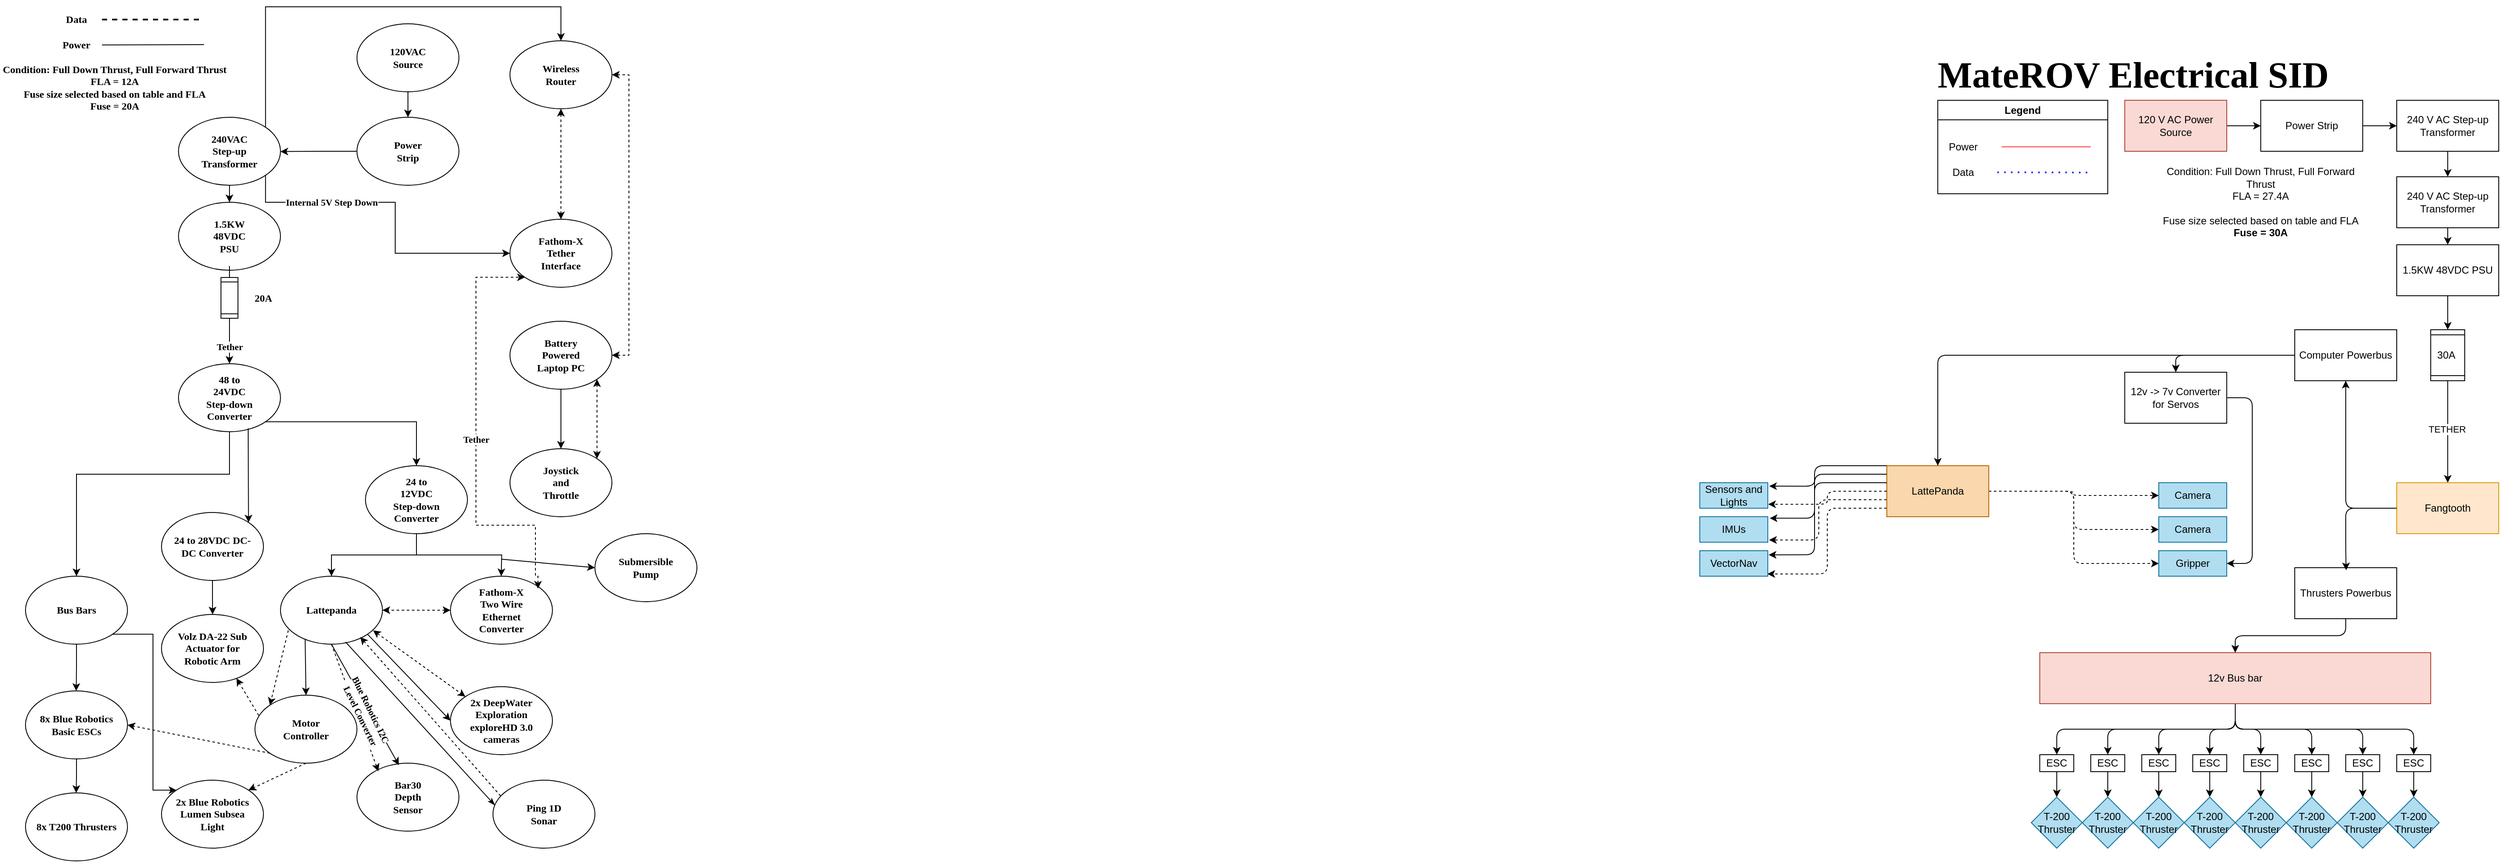
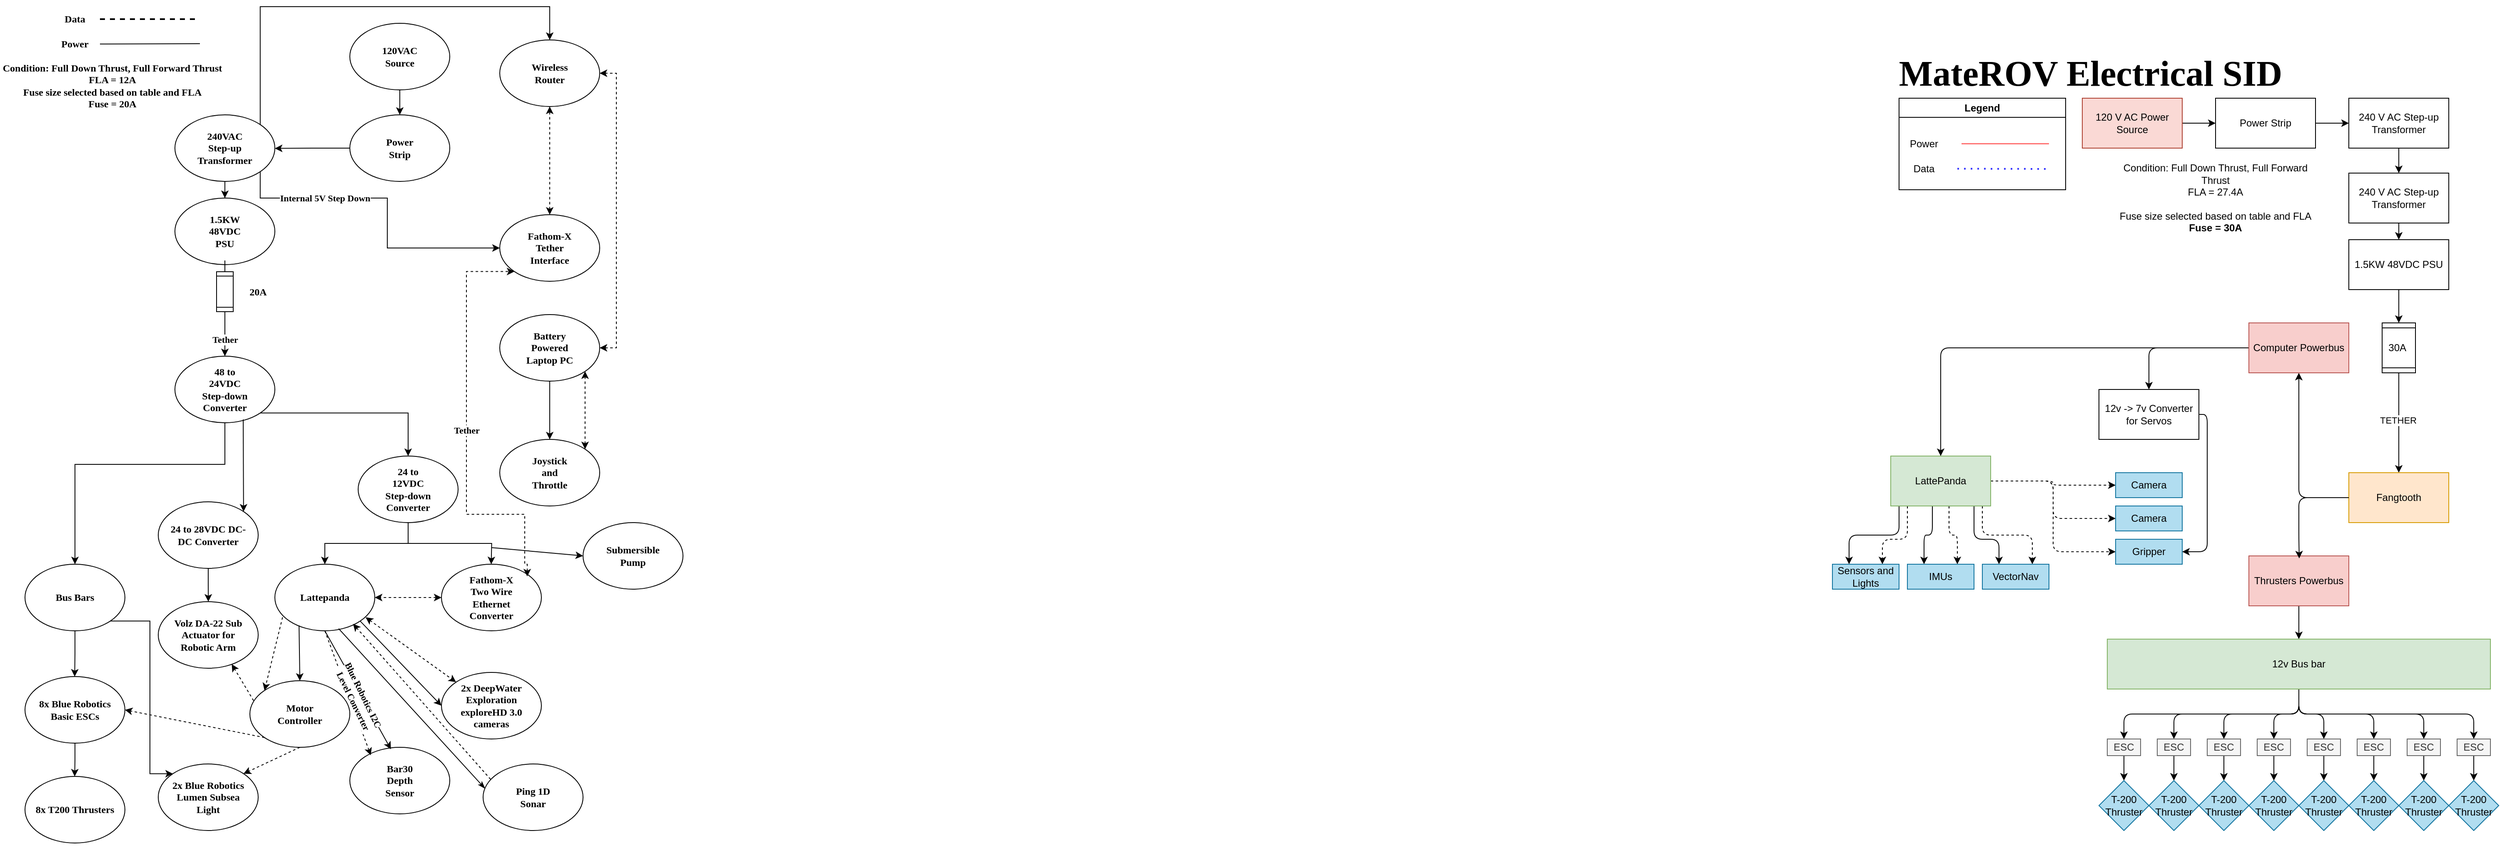
<mxfile host="app.diagrams.net" agent="Mozilla/5.0 (Windows NT 10.0; Win64; x64; rv:139.0) Gecko/20100101 Firefox/139.0">
  <diagram name="Page-1" id="doaNbLGYiiKzRFzNWdXi">
-     <mxGraphModel dx="3221" dy="883" grid="1" gridSize="10" guides="1" tooltips="1" connect="1" arrows="1" fold="1" page="1" pageScale="1" pageWidth="850" pageHeight="1100" math="0" shadow="0">
+     <mxGraphModel dx="3167" dy="851" grid="1" gridSize="10" guides="1" tooltips="1" connect="1" arrows="1" fold="1" page="1" pageScale="1" pageWidth="850" pageHeight="1100" math="0" shadow="0">
      <root>
        <mxCell id="0" />
        <mxCell id="1" parent="0" />
        <mxCell id="KtZ6byTwQnFwZSQ_47y7-5" edge="1" parent="1" source="KtZ6byTwQnFwZSQ_47y7-1" style="endArrow=classic;html=1;rounded=0;exitX=0.5;exitY=1;exitDx=0;exitDy=0;fontFamily=Times New Roman;fontStyle=1" target="KtZ6byTwQnFwZSQ_47y7-6" value="">
          <mxGeometry height="50" relative="1" width="50" as="geometry">
            <mxPoint x="-970" y="310" as="sourcePoint" />
            <mxPoint x="-1190" y="260" as="targetPoint" />
          </mxGeometry>
        </mxCell>
        <mxCell id="KtZ6byTwQnFwZSQ_47y7-8" connectable="0" parent="1" style="group;fontFamily=Times New Roman;fontStyle=1;rounded=0;" value="" vertex="1">
          <mxGeometry height="80" width="120" x="-920" y="60" as="geometry" />
        </mxCell>
        <mxCell id="KtZ6byTwQnFwZSQ_47y7-1" parent="KtZ6byTwQnFwZSQ_47y7-8" style="ellipse;whiteSpace=wrap;html=1;fontFamily=Times New Roman;fontStyle=1;rounded=0;" value="" vertex="1">
          <mxGeometry height="80" width="120" as="geometry" />
        </mxCell>
        <mxCell id="KtZ6byTwQnFwZSQ_47y7-2" parent="KtZ6byTwQnFwZSQ_47y7-8" style="text;html=1;align=center;verticalAlign=middle;whiteSpace=wrap;rounded=0;fontFamily=Times New Roman;fontStyle=1" value="120VAC Source" vertex="1">
          <mxGeometry height="30" width="60" x="30" y="25" as="geometry" />
        </mxCell>
        <mxCell id="KtZ6byTwQnFwZSQ_47y7-17" edge="1" parent="1" source="KtZ6byTwQnFwZSQ_47y7-18" style="endArrow=none;html=1;rounded=0;fontFamily=Times New Roman;fontStyle=1" value="">
          <mxGeometry height="50" relative="1" width="50" as="geometry">
            <mxPoint x="-1220" y="84.5" as="sourcePoint" />
            <mxPoint x="-1100" y="84.5" as="targetPoint" />
          </mxGeometry>
        </mxCell>
        <mxCell id="KtZ6byTwQnFwZSQ_47y7-21" collapsed="1" parent="1" style="text;html=1;align=center;verticalAlign=middle;whiteSpace=wrap;rounded=0;container=0;fontFamily=Times New Roman;fontStyle=1" value="&lt;div&gt;Data&lt;/div&gt;" vertex="1">
          <mxGeometry height="30" width="60" x="-1280" y="40" as="geometry">
            <mxRectangle height="30" width="60" x="320" y="275" as="alternateBounds" />
          </mxGeometry>
        </mxCell>
        <mxCell id="KtZ6byTwQnFwZSQ_47y7-22" edge="1" parent="1" style="endArrow=none;html=1;rounded=0;fontFamily=Times New Roman;fontStyle=1" target="KtZ6byTwQnFwZSQ_47y7-18" value="">
          <mxGeometry height="50" relative="1" width="50" as="geometry">
            <mxPoint x="-1220" y="84.5" as="sourcePoint" />
            <mxPoint x="-1100" y="84.5" as="targetPoint" />
          </mxGeometry>
        </mxCell>
        <mxCell id="KtZ6byTwQnFwZSQ_47y7-18" parent="1" style="text;html=1;align=center;verticalAlign=middle;whiteSpace=wrap;rounded=0;fontFamily=Times New Roman;fontStyle=1" value="&lt;div&gt;Power&lt;/div&gt;" vertex="1">
          <mxGeometry height="30" width="60" x="-1280" y="70" as="geometry" />
        </mxCell>
        <mxCell id="KtZ6byTwQnFwZSQ_47y7-24" connectable="0" parent="1" style="group;fontFamily=Times New Roman;fontStyle=1;rounded=0;" value="" vertex="1">
          <mxGeometry height="80" width="120" x="-740" y="290" as="geometry" />
        </mxCell>
        <mxCell id="KtZ6byTwQnFwZSQ_47y7-25" parent="KtZ6byTwQnFwZSQ_47y7-24" style="ellipse;whiteSpace=wrap;html=1;fontFamily=Times New Roman;fontStyle=1;rounded=0;" value="" vertex="1">
          <mxGeometry height="80" width="120" as="geometry" />
        </mxCell>
        <mxCell id="KtZ6byTwQnFwZSQ_47y7-26" collapsed="1" parent="KtZ6byTwQnFwZSQ_47y7-24" style="text;html=1;align=center;verticalAlign=middle;whiteSpace=wrap;rounded=0;container=0;fontFamily=Times New Roman;fontStyle=1" value="Fathom-X Tether Interface" vertex="1">
          <mxGeometry height="30" width="60" x="30" y="25" as="geometry">
            <mxRectangle height="30" width="60" x="320" y="275" as="alternateBounds" />
          </mxGeometry>
        </mxCell>
        <mxCell id="KtZ6byTwQnFwZSQ_47y7-29" connectable="0" parent="1" style="group;fontFamily=Times New Roman;fontStyle=1;rounded=0;" value="" vertex="1">
          <mxGeometry height="80" width="120" x="-740" y="410" as="geometry" />
        </mxCell>
        <mxCell id="KtZ6byTwQnFwZSQ_47y7-30" parent="KtZ6byTwQnFwZSQ_47y7-29" style="ellipse;whiteSpace=wrap;html=1;fontFamily=Times New Roman;fontStyle=1;rounded=0;" value="" vertex="1">
          <mxGeometry height="80" width="120" as="geometry" />
        </mxCell>
        <mxCell id="KtZ6byTwQnFwZSQ_47y7-31" collapsed="1" parent="KtZ6byTwQnFwZSQ_47y7-29" style="text;html=1;align=center;verticalAlign=middle;whiteSpace=wrap;rounded=0;container=0;fontFamily=Times New Roman;fontStyle=1" value="Battery Powered Laptop PC" vertex="1">
          <mxGeometry height="30" width="60" x="30" y="25" as="geometry">
            <mxRectangle height="30" width="60" x="320" y="275" as="alternateBounds" />
          </mxGeometry>
        </mxCell>
        <mxCell id="KtZ6byTwQnFwZSQ_47y7-32" connectable="0" parent="1" style="group;fontFamily=Times New Roman;fontStyle=1;rounded=0;" value="" vertex="1">
          <mxGeometry height="80" width="120" x="-920" y="170" as="geometry" />
        </mxCell>
        <mxCell id="KtZ6byTwQnFwZSQ_47y7-9" connectable="0" parent="KtZ6byTwQnFwZSQ_47y7-32" style="group;fontFamily=Times New Roman;fontStyle=1;rounded=0;" value="" vertex="1">
          <mxGeometry height="80" width="120" as="geometry" />
        </mxCell>
        <mxCell id="KtZ6byTwQnFwZSQ_47y7-44" edge="1" parent="KtZ6byTwQnFwZSQ_47y7-9" source="KtZ6byTwQnFwZSQ_47y7-6" style="edgeStyle=orthogonalEdgeStyle;rounded=0;orthogonalLoop=1;jettySize=auto;html=1;exitX=0;exitY=0.5;exitDx=0;exitDy=0;fontFamily=Times New Roman;fontStyle=1">
          <mxGeometry relative="1" as="geometry">
            <mxPoint x="-90.00000000000011" y="40.33333333333337" as="targetPoint" />
          </mxGeometry>
        </mxCell>
        <mxCell id="KtZ6byTwQnFwZSQ_47y7-6" parent="KtZ6byTwQnFwZSQ_47y7-9" style="ellipse;whiteSpace=wrap;html=1;fontFamily=Times New Roman;fontStyle=1;rounded=0;" value="" vertex="1">
          <mxGeometry height="80" width="120" as="geometry" />
        </mxCell>
        <mxCell id="KtZ6byTwQnFwZSQ_47y7-7" parent="KtZ6byTwQnFwZSQ_47y7-9" style="text;html=1;align=center;verticalAlign=middle;whiteSpace=wrap;rounded=0;fontFamily=Times New Roman;fontStyle=1" value="&lt;div&gt;Power Strip&lt;/div&gt;" vertex="1">
          <mxGeometry height="30" width="60" x="30" y="25" as="geometry" />
        </mxCell>
        <mxCell id="KtZ6byTwQnFwZSQ_47y7-33" connectable="0" parent="1" style="group;fontFamily=Times New Roman;fontStyle=1;rounded=0;" value="" vertex="1">
          <mxGeometry height="80" width="120" x="-740" y="80" as="geometry" />
        </mxCell>
        <mxCell id="KtZ6byTwQnFwZSQ_47y7-16" connectable="0" parent="KtZ6byTwQnFwZSQ_47y7-33" style="group;fontFamily=Times New Roman;fontStyle=1;rounded=0;" value="" vertex="1">
          <mxGeometry height="80" width="120" as="geometry" />
        </mxCell>
        <mxCell id="KtZ6byTwQnFwZSQ_47y7-13" parent="KtZ6byTwQnFwZSQ_47y7-16" style="ellipse;whiteSpace=wrap;html=1;fontFamily=Times New Roman;fontStyle=1;rounded=0;" value="" vertex="1">
          <mxGeometry height="80" width="120" as="geometry" />
        </mxCell>
        <mxCell id="KtZ6byTwQnFwZSQ_47y7-14" collapsed="1" parent="KtZ6byTwQnFwZSQ_47y7-16" style="text;html=1;align=center;verticalAlign=middle;whiteSpace=wrap;rounded=0;container=0;fontFamily=Times New Roman;fontStyle=1" value="&lt;div&gt;Wireless Router&lt;/div&gt;" vertex="1">
          <mxGeometry height="30" width="60" x="30" y="25" as="geometry">
            <mxRectangle height="30" width="60" x="320" y="275" as="alternateBounds" />
          </mxGeometry>
        </mxCell>
        <mxCell id="KtZ6byTwQnFwZSQ_47y7-28" edge="1" parent="KtZ6byTwQnFwZSQ_47y7-33" source="KtZ6byTwQnFwZSQ_47y7-25" style="endArrow=classic;html=1;rounded=0;dashed=1;exitX=0.5;exitY=0;exitDx=0;exitDy=0;entryX=0.5;entryY=1;entryDx=0;entryDy=0;startArrow=classic;startFill=1;fontFamily=Times New Roman;fontStyle=1" target="KtZ6byTwQnFwZSQ_47y7-13" value="">
          <mxGeometry height="50" relative="1" width="50" as="geometry">
            <mxPoint x="-30" y="210" as="sourcePoint" />
            <mxPoint x="20" y="160" as="targetPoint" />
          </mxGeometry>
        </mxCell>
        <mxCell id="KtZ6byTwQnFwZSQ_47y7-37" connectable="0" parent="1" style="group;fontFamily=Times New Roman;fontStyle=1;rounded=0;" value="" vertex="1">
          <mxGeometry height="80" width="120" x="-740" y="560" as="geometry" />
        </mxCell>
        <mxCell id="KtZ6byTwQnFwZSQ_47y7-38" parent="KtZ6byTwQnFwZSQ_47y7-37" style="ellipse;whiteSpace=wrap;html=1;fontFamily=Times New Roman;fontStyle=1;rounded=0;" value="" vertex="1">
          <mxGeometry height="80" width="120" as="geometry" />
        </mxCell>
        <mxCell id="KtZ6byTwQnFwZSQ_47y7-39" collapsed="1" parent="KtZ6byTwQnFwZSQ_47y7-37" style="text;html=1;align=center;verticalAlign=middle;whiteSpace=wrap;rounded=0;container=0;fontFamily=Times New Roman;fontStyle=1" value="Joystick and Throttle" vertex="1">
          <mxGeometry height="30" width="60" x="30" y="25" as="geometry">
            <mxRectangle height="30" width="60" x="320" y="275" as="alternateBounds" />
          </mxGeometry>
        </mxCell>
        <mxCell id="KtZ6byTwQnFwZSQ_47y7-40" edge="1" parent="1" source="KtZ6byTwQnFwZSQ_47y7-30" style="edgeStyle=orthogonalEdgeStyle;rounded=0;orthogonalLoop=1;jettySize=auto;html=1;exitX=0.5;exitY=1;exitDx=0;exitDy=0;fontFamily=Times New Roman;fontStyle=1" target="KtZ6byTwQnFwZSQ_47y7-38">
          <mxGeometry relative="1" as="geometry" />
        </mxCell>
        <mxCell id="KtZ6byTwQnFwZSQ_47y7-41" connectable="0" parent="1" style="group;fontFamily=Times New Roman;fontStyle=1;rounded=0;" value="" vertex="1">
          <mxGeometry height="80" width="120" x="-1130" y="170" as="geometry" />
        </mxCell>
        <mxCell id="KtZ6byTwQnFwZSQ_47y7-42" parent="KtZ6byTwQnFwZSQ_47y7-41" style="ellipse;whiteSpace=wrap;html=1;fontFamily=Times New Roman;fontStyle=1;rounded=0;" value="" vertex="1">
          <mxGeometry height="80" width="120" as="geometry" />
        </mxCell>
        <mxCell id="KtZ6byTwQnFwZSQ_47y7-43" collapsed="1" parent="KtZ6byTwQnFwZSQ_47y7-41" style="text;html=1;align=center;verticalAlign=middle;whiteSpace=wrap;rounded=0;container=0;fontFamily=Times New Roman;fontStyle=1" value="240VAC Step-up Transformer" vertex="1">
          <mxGeometry height="30" width="60" x="30" y="25" as="geometry">
            <mxRectangle height="30" width="60" x="320" y="275" as="alternateBounds" />
          </mxGeometry>
        </mxCell>
        <mxCell id="KtZ6byTwQnFwZSQ_47y7-45" connectable="0" parent="1" style="group;fontFamily=Times New Roman;fontStyle=1;rounded=0;" value="" vertex="1">
          <mxGeometry height="80" width="120" x="-1130" y="270" as="geometry" />
        </mxCell>
        <mxCell id="KtZ6byTwQnFwZSQ_47y7-46" parent="KtZ6byTwQnFwZSQ_47y7-45" style="ellipse;whiteSpace=wrap;html=1;fontFamily=Times New Roman;fontStyle=1;rounded=0;" value="" vertex="1">
          <mxGeometry height="80" width="120" as="geometry" />
        </mxCell>
        <mxCell id="KtZ6byTwQnFwZSQ_47y7-47" collapsed="1" parent="KtZ6byTwQnFwZSQ_47y7-45" style="text;html=1;align=center;verticalAlign=middle;whiteSpace=wrap;rounded=0;container=0;fontFamily=Times New Roman;fontStyle=1" value="1.5KW 48VDC PSU" vertex="1">
          <mxGeometry height="30" width="60" x="30" y="25" as="geometry">
            <mxRectangle height="30" width="60" x="320" y="275" as="alternateBounds" />
          </mxGeometry>
        </mxCell>
        <mxCell id="KtZ6byTwQnFwZSQ_47y7-48" edge="1" parent="1" source="KtZ6byTwQnFwZSQ_47y7-42" style="edgeStyle=orthogonalEdgeStyle;rounded=0;orthogonalLoop=1;jettySize=auto;html=1;exitX=0.5;exitY=1;exitDx=0;exitDy=0;fontFamily=Times New Roman;fontStyle=1" target="KtZ6byTwQnFwZSQ_47y7-46">
          <mxGeometry relative="1" as="geometry" />
        </mxCell>
        <mxCell id="KtZ6byTwQnFwZSQ_47y7-51" edge="1" parent="1" style="endArrow=classic;html=1;rounded=0;fontFamily=Times New Roman;fontStyle=1" value="">
          <mxGeometry relative="1" as="geometry">
            <mxPoint x="-1070" y="420" as="sourcePoint" />
            <mxPoint x="-1070" y="460" as="targetPoint" />
          </mxGeometry>
        </mxCell>
        <mxCell id="KtZ6byTwQnFwZSQ_47y7-52" connectable="0" parent="KtZ6byTwQnFwZSQ_47y7-51" style="edgeLabel;resizable=0;html=1;;align=center;verticalAlign=middle;fontFamily=Times New Roman;fontStyle=1;rounded=0;" value="&lt;div&gt;Tether&lt;/div&gt;" vertex="1">
          <mxGeometry relative="1" as="geometry" />
        </mxCell>
        <mxCell id="KtZ6byTwQnFwZSQ_47y7-57" edge="1" parent="1" source="KtZ6byTwQnFwZSQ_47y7-13" style="edgeStyle=orthogonalEdgeStyle;rounded=0;orthogonalLoop=1;jettySize=auto;html=1;exitX=1;exitY=0.5;exitDx=0;exitDy=0;entryX=1;entryY=0.5;entryDx=0;entryDy=0;dashed=1;startArrow=classic;startFill=1;fontFamily=Times New Roman;fontStyle=1" target="KtZ6byTwQnFwZSQ_47y7-30">
          <mxGeometry relative="1" as="geometry" />
        </mxCell>
        <mxCell id="KtZ6byTwQnFwZSQ_47y7-58" connectable="0" parent="1" style="group;fontFamily=Times New Roman;fontStyle=1;rounded=0;" value="" vertex="1">
          <mxGeometry height="590" width="460" x="-1130" y="460" as="geometry" />
        </mxCell>
        <mxCell id="KtZ6byTwQnFwZSQ_47y7-63" edge="1" parent="KtZ6byTwQnFwZSQ_47y7-58" source="KtZ6byTwQnFwZSQ_47y7-59" style="edgeStyle=orthogonalEdgeStyle;rounded=0;orthogonalLoop=1;jettySize=auto;html=1;exitX=1;exitY=1;exitDx=0;exitDy=0;entryX=0.5;entryY=0;entryDx=0;entryDy=0;fontFamily=Times New Roman;fontStyle=1" target="KtZ6byTwQnFwZSQ_47y7-65">
          <mxGeometry relative="1" as="geometry">
            <mxPoint x="220" y="130" as="targetPoint" />
          </mxGeometry>
        </mxCell>
        <mxCell id="KtZ6byTwQnFwZSQ_47y7-59" parent="KtZ6byTwQnFwZSQ_47y7-58" style="ellipse;whiteSpace=wrap;html=1;fontFamily=Times New Roman;fontStyle=1;rounded=0;" value="" vertex="1">
          <mxGeometry height="80" width="120" as="geometry" />
        </mxCell>
        <mxCell id="KtZ6byTwQnFwZSQ_47y7-60" collapsed="1" parent="KtZ6byTwQnFwZSQ_47y7-58" style="text;html=1;align=center;verticalAlign=middle;whiteSpace=wrap;rounded=0;container=0;fontFamily=Times New Roman;fontStyle=1" value="48 to 24VDC Step-down Converter" vertex="1">
          <mxGeometry height="30" width="60" x="30" y="25" as="geometry">
            <mxRectangle height="30" width="60" x="320" y="275" as="alternateBounds" />
          </mxGeometry>
        </mxCell>
        <mxCell id="KtZ6byTwQnFwZSQ_47y7-89" connectable="0" parent="KtZ6byTwQnFwZSQ_47y7-58" style="group;fontFamily=Times New Roman;fontStyle=1;rounded=0;" value="" vertex="1">
          <mxGeometry height="470" width="340" x="120" y="120" as="geometry" />
        </mxCell>
        <mxCell id="KtZ6byTwQnFwZSQ_47y7-64" connectable="0" parent="KtZ6byTwQnFwZSQ_47y7-89" style="group;fontFamily=Times New Roman;fontStyle=1;rounded=0;" value="" vertex="1">
          <mxGeometry height="80" width="120" x="100" as="geometry" />
        </mxCell>
        <mxCell id="KtZ6byTwQnFwZSQ_47y7-65" parent="KtZ6byTwQnFwZSQ_47y7-64" style="ellipse;whiteSpace=wrap;html=1;fontFamily=Times New Roman;fontStyle=1;rounded=0;" value="" vertex="1">
          <mxGeometry height="80" width="120" as="geometry" />
        </mxCell>
        <mxCell id="KtZ6byTwQnFwZSQ_47y7-66" collapsed="1" parent="KtZ6byTwQnFwZSQ_47y7-64" style="text;html=1;align=center;verticalAlign=middle;whiteSpace=wrap;rounded=0;container=0;fontFamily=Times New Roman;fontStyle=1" value="24 to 12VDC Step-down Converter" vertex="1">
          <mxGeometry height="30" width="60" x="30" y="25" as="geometry">
            <mxRectangle height="30" width="60" x="320" y="275" as="alternateBounds" />
          </mxGeometry>
        </mxCell>
        <mxCell id="KtZ6byTwQnFwZSQ_47y7-68" connectable="0" parent="KtZ6byTwQnFwZSQ_47y7-89" style="group;fontFamily=Times New Roman;fontStyle=1;rounded=0;" value="" vertex="1">
          <mxGeometry height="80" width="120" x="200" y="130" as="geometry" />
        </mxCell>
        <mxCell id="KtZ6byTwQnFwZSQ_47y7-69" parent="KtZ6byTwQnFwZSQ_47y7-68" style="ellipse;whiteSpace=wrap;html=1;fontFamily=Times New Roman;fontStyle=1;rounded=0;" value="" vertex="1">
          <mxGeometry height="80" width="120" as="geometry" />
        </mxCell>
        <mxCell id="KtZ6byTwQnFwZSQ_47y7-70" collapsed="1" parent="KtZ6byTwQnFwZSQ_47y7-68" style="text;html=1;align=center;verticalAlign=middle;whiteSpace=wrap;rounded=0;container=0;fontFamily=Times New Roman;fontStyle=1" value="Fathom-X Two Wire Ethernet Converter" vertex="1">
          <mxGeometry height="30" width="60" x="30" y="25" as="geometry">
            <mxRectangle height="30" width="60" x="320" y="275" as="alternateBounds" />
          </mxGeometry>
        </mxCell>
        <mxCell id="KtZ6byTwQnFwZSQ_47y7-76" connectable="0" parent="KtZ6byTwQnFwZSQ_47y7-89" style="group;fontFamily=Times New Roman;fontStyle=1;rounded=0;" value="" vertex="1">
          <mxGeometry height="80" width="120" y="130" as="geometry" />
        </mxCell>
        <mxCell id="KtZ6byTwQnFwZSQ_47y7-77" parent="KtZ6byTwQnFwZSQ_47y7-76" style="ellipse;whiteSpace=wrap;html=1;fontFamily=Times New Roman;fontStyle=1;rounded=0;" value="" vertex="1">
          <mxGeometry height="80" width="120" as="geometry" />
        </mxCell>
        <mxCell id="KtZ6byTwQnFwZSQ_47y7-78" collapsed="1" parent="KtZ6byTwQnFwZSQ_47y7-76" style="text;html=1;align=center;verticalAlign=middle;whiteSpace=wrap;rounded=0;container=0;fontFamily=Times New Roman;fontStyle=1" value="Lattepanda" vertex="1">
          <mxGeometry height="30" width="60" x="30" y="25" as="geometry">
            <mxRectangle height="30" width="60" x="320" y="275" as="alternateBounds" />
          </mxGeometry>
        </mxCell>
        <mxCell id="KtZ6byTwQnFwZSQ_47y7-67" edge="1" parent="KtZ6byTwQnFwZSQ_47y7-89" source="KtZ6byTwQnFwZSQ_47y7-65" style="edgeStyle=orthogonalEdgeStyle;rounded=0;orthogonalLoop=1;jettySize=auto;html=1;exitX=0.5;exitY=1;exitDx=0;exitDy=0;fontFamily=Times New Roman;fontStyle=1">
          <mxGeometry relative="1" as="geometry">
            <mxPoint x="190" y="90" as="sourcePoint" />
            <mxPoint x="259.75" y="130" as="targetPoint" />
          </mxGeometry>
        </mxCell>
        <mxCell id="KtZ6byTwQnFwZSQ_47y7-80" edge="1" parent="KtZ6byTwQnFwZSQ_47y7-89" source="KtZ6byTwQnFwZSQ_47y7-77" style="edgeStyle=orthogonalEdgeStyle;rounded=0;orthogonalLoop=1;jettySize=auto;html=1;exitX=0.5;exitY=0;exitDx=0;exitDy=0;entryX=0.5;entryY=1;entryDx=0;entryDy=0;startArrow=classic;startFill=1;endArrow=none;endFill=0;fontFamily=Times New Roman;fontStyle=1" target="KtZ6byTwQnFwZSQ_47y7-65">
          <mxGeometry relative="1" as="geometry" />
        </mxCell>
        <mxCell id="KtZ6byTwQnFwZSQ_47y7-81" connectable="0" parent="KtZ6byTwQnFwZSQ_47y7-89" style="group;fontFamily=Times New Roman;fontStyle=1;rounded=0;" value="" vertex="1">
          <mxGeometry height="80" width="120" x="-30" y="270" as="geometry" />
        </mxCell>
        <mxCell id="KtZ6byTwQnFwZSQ_47y7-82" parent="KtZ6byTwQnFwZSQ_47y7-81" style="ellipse;whiteSpace=wrap;html=1;fontFamily=Times New Roman;fontStyle=1;rounded=0;" value="" vertex="1">
          <mxGeometry height="80" width="120" as="geometry" />
        </mxCell>
        <mxCell id="KtZ6byTwQnFwZSQ_47y7-83" collapsed="1" parent="KtZ6byTwQnFwZSQ_47y7-81" style="text;html=1;align=center;verticalAlign=middle;whiteSpace=wrap;rounded=0;container=0;fontFamily=Times New Roman;fontStyle=1" value="&lt;div&gt;Motor Controller&lt;/div&gt;" vertex="1">
          <mxGeometry height="30" width="60" x="30" y="25" as="geometry">
            <mxRectangle height="30" width="60" x="320" y="275" as="alternateBounds" />
          </mxGeometry>
        </mxCell>
        <mxCell id="KtZ6byTwQnFwZSQ_47y7-84" edge="1" parent="KtZ6byTwQnFwZSQ_47y7-89" source="KtZ6byTwQnFwZSQ_47y7-77" style="rounded=0;orthogonalLoop=1;jettySize=auto;html=1;exitX=0.242;exitY=0.921;exitDx=0;exitDy=0;entryX=0.5;entryY=0;entryDx=0;entryDy=0;exitPerimeter=0;fontFamily=Times New Roman;fontStyle=1" target="KtZ6byTwQnFwZSQ_47y7-82">
          <mxGeometry relative="1" as="geometry" />
        </mxCell>
        <mxCell id="KtZ6byTwQnFwZSQ_47y7-85" edge="1" parent="KtZ6byTwQnFwZSQ_47y7-89" source="KtZ6byTwQnFwZSQ_47y7-77" style="rounded=0;orthogonalLoop=1;jettySize=auto;html=1;exitX=0.077;exitY=0.797;exitDx=0;exitDy=0;entryX=0;entryY=0;entryDx=0;entryDy=0;dashed=1;exitPerimeter=0;fontFamily=Times New Roman;fontStyle=1" target="KtZ6byTwQnFwZSQ_47y7-82">
          <mxGeometry relative="1" as="geometry" />
        </mxCell>
        <mxCell id="KtZ6byTwQnFwZSQ_47y7-113" edge="1" parent="KtZ6byTwQnFwZSQ_47y7-89" source="KtZ6byTwQnFwZSQ_47y7-69" style="edgeStyle=orthogonalEdgeStyle;rounded=0;orthogonalLoop=1;jettySize=auto;html=1;exitX=0;exitY=0.5;exitDx=0;exitDy=0;entryX=1;entryY=0.5;entryDx=0;entryDy=0;dashed=1;startArrow=classic;startFill=1;fontFamily=Times New Roman;fontStyle=1" target="KtZ6byTwQnFwZSQ_47y7-77">
          <mxGeometry relative="1" as="geometry" />
        </mxCell>
        <mxCell id="1TIhp53VE8E4QQOrCl6A-1" parent="KtZ6byTwQnFwZSQ_47y7-89" style="ellipse;whiteSpace=wrap;html=1;fontFamily=Times New Roman;fontStyle=1;rounded=0;" value="&lt;div&gt;2x DeepWater Exploration exploreHD 3.0 cameras&lt;/div&gt;" vertex="1">
          <mxGeometry height="80" width="120" x="200" y="260" as="geometry" />
        </mxCell>
        <mxCell id="btyZadERf1XyvgSfxNHE-8" edge="1" parent="KtZ6byTwQnFwZSQ_47y7-89" source="KtZ6byTwQnFwZSQ_47y7-77" style="rounded=0;orthogonalLoop=1;jettySize=auto;html=1;exitX=1;exitY=1;exitDx=0;exitDy=0;entryX=0;entryY=0.5;entryDx=0;entryDy=0;fontFamily=Times New Roman;fontStyle=1" target="1TIhp53VE8E4QQOrCl6A-1">
          <mxGeometry relative="1" as="geometry" />
        </mxCell>
        <mxCell id="btyZadERf1XyvgSfxNHE-9" edge="1" parent="KtZ6byTwQnFwZSQ_47y7-89" source="KtZ6byTwQnFwZSQ_47y7-77" style="rounded=0;orthogonalLoop=1;jettySize=auto;html=1;exitX=0.908;exitY=0.797;exitDx=0;exitDy=0;entryX=0;entryY=0;entryDx=0;entryDy=0;dashed=1;startArrow=classic;startFill=1;exitPerimeter=0;fontFamily=Times New Roman;fontStyle=1" target="1TIhp53VE8E4QQOrCl6A-1">
          <mxGeometry relative="1" as="geometry">
            <mxPoint x="210" y="270" as="targetPoint" />
          </mxGeometry>
        </mxCell>
        <mxCell id="etV4jzlPymx9ehgoYt_u-58" connectable="0" parent="KtZ6byTwQnFwZSQ_47y7-89" style="group;fontFamily=Times New Roman;fontStyle=1;rounded=0;" value="" vertex="1">
          <mxGeometry height="80" width="120" x="90" y="350" as="geometry" />
        </mxCell>
        <mxCell id="etV4jzlPymx9ehgoYt_u-59" parent="etV4jzlPymx9ehgoYt_u-58" style="ellipse;whiteSpace=wrap;html=1;fontFamily=Times New Roman;fontStyle=1;rounded=0;" value="" vertex="1">
          <mxGeometry height="80" width="120" as="geometry" />
        </mxCell>
        <mxCell id="etV4jzlPymx9ehgoYt_u-60" collapsed="1" parent="etV4jzlPymx9ehgoYt_u-58" style="text;html=1;align=center;verticalAlign=middle;whiteSpace=wrap;rounded=0;container=0;fontFamily=Times New Roman;fontStyle=1" value="Bar30 Depth Sensor" vertex="1">
          <mxGeometry height="30" width="60" x="30" y="25" as="geometry">
            <mxRectangle height="30" width="60" x="320" y="275" as="alternateBounds" />
          </mxGeometry>
        </mxCell>
        <mxCell id="etV4jzlPymx9ehgoYt_u-61" edge="1" parent="KtZ6byTwQnFwZSQ_47y7-89" source="KtZ6byTwQnFwZSQ_47y7-77" style="rounded=0;orthogonalLoop=1;jettySize=auto;html=1;exitX=0.5;exitY=1;exitDx=0;exitDy=0;entryX=0.21;entryY=0.12;entryDx=0;entryDy=0;entryPerimeter=0;dashed=1;fontFamily=Times New Roman;fontStyle=1" target="etV4jzlPymx9ehgoYt_u-59">
          <mxGeometry relative="1" as="geometry" />
        </mxCell>
        <mxCell id="etV4jzlPymx9ehgoYt_u-62" edge="1" parent="KtZ6byTwQnFwZSQ_47y7-89" source="KtZ6byTwQnFwZSQ_47y7-77" style="rounded=0;orthogonalLoop=1;jettySize=auto;html=1;exitX=0.5;exitY=1;exitDx=0;exitDy=0;entryX=0.411;entryY=0.029;entryDx=0;entryDy=0;entryPerimeter=0;fontFamily=Times New Roman;fontStyle=1" target="etV4jzlPymx9ehgoYt_u-59">
          <mxGeometry relative="1" as="geometry" />
        </mxCell>
        <mxCell id="_jh59VST7iY0-ydR_Vmc-1" connectable="0" parent="etV4jzlPymx9ehgoYt_u-62" style="edgeLabel;html=1;align=center;verticalAlign=middle;resizable=0;points=[];rotation=64;fontFamily=Times New Roman;fontStyle=1;rounded=0;" value="&lt;div&gt;Blue Robotics I2C&lt;/div&gt;&lt;div&gt;&amp;nbsp;Level Converter&lt;/div&gt;" vertex="1">
          <mxGeometry relative="1" x="0.567" as="geometry">
            <mxPoint x="-22" y="-32" as="offset" />
          </mxGeometry>
        </mxCell>
        <mxCell id="ipf7ujVZ-AzwesgqvqbX-4" edge="1" parent="KtZ6byTwQnFwZSQ_47y7-89" style="endArrow=classic;html=1;rounded=0;fontFamily=Times New Roman;fontStyle=1" value="">
          <mxGeometry height="50" relative="1" width="50" as="geometry">
            <mxPoint x="260" y="110" as="sourcePoint" />
            <mxPoint x="370" y="120" as="targetPoint" />
          </mxGeometry>
        </mxCell>
        <mxCell id="KtZ6byTwQnFwZSQ_47y7-115" connectable="0" parent="KtZ6byTwQnFwZSQ_47y7-58" style="group;fontFamily=Times New Roman;fontStyle=1;rounded=0;" value="" vertex="1">
          <mxGeometry height="80" width="120" x="-20" y="175" as="geometry" />
        </mxCell>
        <mxCell id="KtZ6byTwQnFwZSQ_47y7-124" edge="1" parent="KtZ6byTwQnFwZSQ_47y7-115" source="KtZ6byTwQnFwZSQ_47y7-116" style="edgeStyle=orthogonalEdgeStyle;rounded=0;orthogonalLoop=1;jettySize=auto;html=1;exitX=0.5;exitY=1;exitDx=0;exitDy=0;fontFamily=Times New Roman;fontStyle=1">
          <mxGeometry relative="1" as="geometry">
            <mxPoint x="60.11764705882365" y="120" as="targetPoint" />
          </mxGeometry>
        </mxCell>
        <mxCell id="KtZ6byTwQnFwZSQ_47y7-116" parent="KtZ6byTwQnFwZSQ_47y7-115" style="ellipse;whiteSpace=wrap;html=1;fontFamily=Times New Roman;fontStyle=1;rounded=0;" value="" vertex="1">
          <mxGeometry height="80" width="120" as="geometry" />
        </mxCell>
        <mxCell id="KtZ6byTwQnFwZSQ_47y7-117" collapsed="1" parent="KtZ6byTwQnFwZSQ_47y7-115" style="text;html=1;align=center;verticalAlign=middle;whiteSpace=wrap;rounded=0;container=0;fontFamily=Times New Roman;fontStyle=1" value="24 to 28VDC DC-DC Converter" vertex="1">
          <mxGeometry height="30" width="100" x="10" y="25" as="geometry">
            <mxRectangle height="30" width="60" x="320" y="275" as="alternateBounds" />
          </mxGeometry>
        </mxCell>
        <mxCell id="KtZ6byTwQnFwZSQ_47y7-121" connectable="0" parent="KtZ6byTwQnFwZSQ_47y7-58" style="group;fontFamily=Times New Roman;fontStyle=1;rounded=0;" value="" vertex="1">
          <mxGeometry height="80" width="120" x="-20" y="295" as="geometry" />
        </mxCell>
        <mxCell id="KtZ6byTwQnFwZSQ_47y7-122" parent="KtZ6byTwQnFwZSQ_47y7-121" style="ellipse;whiteSpace=wrap;html=1;fontFamily=Times New Roman;fontStyle=1;rounded=0;" value="" vertex="1">
          <mxGeometry height="80" width="120" as="geometry" />
        </mxCell>
        <mxCell id="KtZ6byTwQnFwZSQ_47y7-123" collapsed="1" parent="KtZ6byTwQnFwZSQ_47y7-121" style="text;html=1;align=center;verticalAlign=middle;whiteSpace=wrap;rounded=0;container=0;fontFamily=Times New Roman;fontStyle=1" value="Volz DA-22 Sub Actuator for Robotic Arm" vertex="1">
          <mxGeometry height="30" width="100" x="10" y="25" as="geometry">
            <mxRectangle height="30" width="60" x="320" y="275" as="alternateBounds" />
          </mxGeometry>
        </mxCell>
        <mxCell id="btyZadERf1XyvgSfxNHE-3" edge="1" parent="KtZ6byTwQnFwZSQ_47y7-58" style="endArrow=classic;html=1;rounded=0;entryX=1;entryY=0;entryDx=0;entryDy=0;fontFamily=Times New Roman;fontStyle=1" target="KtZ6byTwQnFwZSQ_47y7-116" value="">
          <mxGeometry height="50" relative="1" width="50" as="geometry">
            <mxPoint x="82" y="76" as="sourcePoint" />
            <mxPoint x="350" y="280" as="targetPoint" />
          </mxGeometry>
        </mxCell>
        <mxCell id="btyZadERf1XyvgSfxNHE-7" edge="1" parent="KtZ6byTwQnFwZSQ_47y7-58" source="KtZ6byTwQnFwZSQ_47y7-82" style="rounded=0;orthogonalLoop=1;jettySize=auto;html=1;exitX=0.037;exitY=0.299;exitDx=0;exitDy=0;entryX=0.735;entryY=0.939;entryDx=0;entryDy=0;dashed=1;exitPerimeter=0;entryPerimeter=0;fontFamily=Times New Roman;fontStyle=1" target="KtZ6byTwQnFwZSQ_47y7-122">
          <mxGeometry relative="1" as="geometry">
            <mxPoint x="63.6499999999992" y="441.9" as="sourcePoint" />
            <mxPoint x="56.34923699267929" y="375.0012072515923" as="targetPoint" />
          </mxGeometry>
        </mxCell>
        <mxCell id="etV4jzlPymx9ehgoYt_u-14" connectable="0" parent="KtZ6byTwQnFwZSQ_47y7-58" style="group;fontFamily=Times New Roman;fontStyle=1;rounded=0;" value="" vertex="1">
          <mxGeometry height="80" width="120" x="-20" y="490" as="geometry" />
        </mxCell>
        <mxCell id="etV4jzlPymx9ehgoYt_u-15" parent="etV4jzlPymx9ehgoYt_u-14" style="ellipse;whiteSpace=wrap;html=1;fontFamily=Times New Roman;fontStyle=1;rounded=0;" value="" vertex="1">
          <mxGeometry height="80" width="120" as="geometry" />
        </mxCell>
        <mxCell id="etV4jzlPymx9ehgoYt_u-16" collapsed="1" parent="etV4jzlPymx9ehgoYt_u-14" style="text;html=1;align=center;verticalAlign=middle;whiteSpace=wrap;rounded=0;container=0;fontFamily=Times New Roman;fontStyle=1" value="2x Blue Robotics Lumen Subsea Light" vertex="1">
          <mxGeometry height="30" width="100" x="10" y="25" as="geometry">
            <mxRectangle height="30" width="60" x="320" y="275" as="alternateBounds" />
          </mxGeometry>
        </mxCell>
        <mxCell id="etV4jzlPymx9ehgoYt_u-18" edge="1" parent="KtZ6byTwQnFwZSQ_47y7-58" source="KtZ6byTwQnFwZSQ_47y7-82" style="rounded=0;orthogonalLoop=1;jettySize=auto;html=1;exitX=0.5;exitY=1;exitDx=0;exitDy=0;entryX=1;entryY=0;entryDx=0;entryDy=0;dashed=1;fontFamily=Times New Roman;fontStyle=1" target="etV4jzlPymx9ehgoYt_u-15">
          <mxGeometry relative="1" as="geometry" />
        </mxCell>
        <mxCell id="KtZ6byTwQnFwZSQ_47y7-71" edge="1" parent="1" source="KtZ6byTwQnFwZSQ_47y7-69" style="endArrow=classic;html=1;rounded=0;edgeStyle=orthogonalEdgeStyle;dashed=1;entryX=0;entryY=1;entryDx=0;entryDy=0;exitX=0.858;exitY=0.183;exitDx=0;exitDy=0;startArrow=classic;startFill=1;exitPerimeter=0;fontFamily=Times New Roman;fontStyle=1" target="KtZ6byTwQnFwZSQ_47y7-25" value="">
          <mxGeometry relative="1" as="geometry">
            <Array as="points">
              <mxPoint x="-707" y="710" />
              <mxPoint x="-710" y="710" />
              <mxPoint x="-710" y="650" />
              <mxPoint x="-780" y="650" />
              <mxPoint x="-780" y="358" />
            </Array>
            <mxPoint x="-720" y="701" as="sourcePoint" />
            <mxPoint x="-792.426406871193" y="290.00427124746193" as="targetPoint" />
          </mxGeometry>
        </mxCell>
        <mxCell id="KtZ6byTwQnFwZSQ_47y7-72" connectable="0" parent="KtZ6byTwQnFwZSQ_47y7-71" style="edgeLabel;resizable=0;html=1;;align=center;verticalAlign=middle;fontFamily=Times New Roman;fontStyle=1;rounded=0;" value="Tether" vertex="1">
          <mxGeometry relative="1" as="geometry" />
        </mxCell>
        <mxCell id="KtZ6byTwQnFwZSQ_47y7-90" edge="1" parent="1" source="KtZ6byTwQnFwZSQ_47y7-59" style="edgeStyle=orthogonalEdgeStyle;rounded=0;orthogonalLoop=1;jettySize=auto;html=1;exitX=0.5;exitY=1;exitDx=0;exitDy=0;entryX=0.5;entryY=0;entryDx=0;entryDy=0;fontFamily=Times New Roman;fontStyle=1" target="KtZ6byTwQnFwZSQ_47y7-87">
          <mxGeometry relative="1" as="geometry">
            <Array as="points">
              <mxPoint x="-1070" y="590" />
              <mxPoint x="-1250" y="590" />
            </Array>
          </mxGeometry>
        </mxCell>
        <mxCell id="KtZ6byTwQnFwZSQ_47y7-112" edge="1" parent="1" source="KtZ6byTwQnFwZSQ_47y7-82" style="rounded=0;orthogonalLoop=1;jettySize=auto;html=1;exitX=0;exitY=1;exitDx=0;exitDy=0;entryX=1.1;entryY=0.5;entryDx=0;entryDy=0;entryPerimeter=0;dashed=1;fontFamily=Times New Roman;fontStyle=1" target="KtZ6byTwQnFwZSQ_47y7-105">
          <mxGeometry relative="1" as="geometry" />
        </mxCell>
        <mxCell id="KtZ6byTwQnFwZSQ_47y7-125" connectable="0" parent="1" style="group;fontFamily=Times New Roman;fontStyle=1;rounded=0;" value="" vertex="1">
          <mxGeometry height="335" width="120" x="-1310" y="710" as="geometry" />
        </mxCell>
        <mxCell id="KtZ6byTwQnFwZSQ_47y7-92" connectable="0" parent="KtZ6byTwQnFwZSQ_47y7-125" style="group;fontFamily=Times New Roman;fontStyle=1;rounded=0;" value="" vertex="1">
          <mxGeometry height="335" width="120" as="geometry" />
        </mxCell>
        <mxCell id="KtZ6byTwQnFwZSQ_47y7-87" parent="KtZ6byTwQnFwZSQ_47y7-92" style="ellipse;whiteSpace=wrap;html=1;fontFamily=Times New Roman;fontStyle=1;rounded=0;" value="" vertex="1">
          <mxGeometry height="80" width="120" as="geometry" />
        </mxCell>
        <mxCell id="KtZ6byTwQnFwZSQ_47y7-106" edge="1" parent="KtZ6byTwQnFwZSQ_47y7-92" source="KtZ6byTwQnFwZSQ_47y7-87" style="edgeStyle=orthogonalEdgeStyle;rounded=0;orthogonalLoop=1;jettySize=auto;html=1;exitX=0.5;exitY=1;exitDx=0;exitDy=0;fontFamily=Times New Roman;fontStyle=1">
          <mxGeometry relative="1" as="geometry">
            <mxPoint x="59.66666666666674" y="135" as="targetPoint" />
          </mxGeometry>
        </mxCell>
        <mxCell id="KtZ6byTwQnFwZSQ_47y7-91" collapsed="1" parent="KtZ6byTwQnFwZSQ_47y7-92" style="text;html=1;align=center;verticalAlign=middle;whiteSpace=wrap;rounded=0;container=0;fontFamily=Times New Roman;fontStyle=1" value="Bus Bars" vertex="1">
          <mxGeometry height="30" width="60" x="30" y="25" as="geometry">
            <mxRectangle height="30" width="60" x="320" y="275" as="alternateBounds" />
          </mxGeometry>
        </mxCell>
        <mxCell id="KtZ6byTwQnFwZSQ_47y7-103" connectable="0" parent="KtZ6byTwQnFwZSQ_47y7-92" style="group;fontFamily=Times New Roman;fontStyle=1;rounded=0;" value="" vertex="1">
          <mxGeometry height="80" width="120" y="135" as="geometry" />
        </mxCell>
        <mxCell id="KtZ6byTwQnFwZSQ_47y7-110" edge="1" parent="KtZ6byTwQnFwZSQ_47y7-103" source="KtZ6byTwQnFwZSQ_47y7-104" style="edgeStyle=orthogonalEdgeStyle;rounded=0;orthogonalLoop=1;jettySize=auto;html=1;exitX=0.5;exitY=1;exitDx=0;exitDy=0;fontFamily=Times New Roman;fontStyle=1">
          <mxGeometry relative="1" as="geometry">
            <mxPoint x="59.66666666666674" y="120" as="targetPoint" />
          </mxGeometry>
        </mxCell>
        <mxCell id="KtZ6byTwQnFwZSQ_47y7-104" parent="KtZ6byTwQnFwZSQ_47y7-103" style="ellipse;whiteSpace=wrap;html=1;fontFamily=Times New Roman;fontStyle=1;rounded=0;" value="" vertex="1">
          <mxGeometry height="80" width="120" as="geometry" />
        </mxCell>
        <mxCell id="KtZ6byTwQnFwZSQ_47y7-105" collapsed="1" parent="KtZ6byTwQnFwZSQ_47y7-103" style="text;html=1;align=center;verticalAlign=middle;whiteSpace=wrap;rounded=0;container=0;fontFamily=Times New Roman;fontStyle=1" value="8x Blue Robotics Basic ESCs" vertex="1">
          <mxGeometry height="30" width="100" x="10" y="25" as="geometry">
            <mxRectangle height="30" width="60" x="320" y="275" as="alternateBounds" />
          </mxGeometry>
        </mxCell>
        <mxCell id="KtZ6byTwQnFwZSQ_47y7-107" connectable="0" parent="KtZ6byTwQnFwZSQ_47y7-92" style="group;fontFamily=Times New Roman;fontStyle=1;rounded=0;" value="" vertex="1">
          <mxGeometry height="80" width="120" y="255" as="geometry" />
        </mxCell>
        <mxCell id="KtZ6byTwQnFwZSQ_47y7-108" parent="KtZ6byTwQnFwZSQ_47y7-107" style="ellipse;whiteSpace=wrap;html=1;fontFamily=Times New Roman;fontStyle=1;rounded=0;" value="" vertex="1">
          <mxGeometry height="80" width="120" as="geometry" />
        </mxCell>
        <mxCell id="KtZ6byTwQnFwZSQ_47y7-109" collapsed="1" parent="KtZ6byTwQnFwZSQ_47y7-107" style="text;html=1;align=center;verticalAlign=middle;whiteSpace=wrap;rounded=0;container=0;fontFamily=Times New Roman;fontStyle=1" value="8x T200 Thrusters" vertex="1">
          <mxGeometry height="30" width="100" x="10" y="25" as="geometry">
            <mxRectangle height="30" width="60" x="320" y="275" as="alternateBounds" />
          </mxGeometry>
        </mxCell>
        <mxCell id="KtZ6byTwQnFwZSQ_47y7-143" parent="1" style="pointerEvents=1;verticalLabelPosition=bottom;shadow=0;dashed=0;align=center;html=1;verticalAlign=top;shape=mxgraph.electrical.miscellaneous.fuse_1;rotation=-90;fontFamily=Times New Roman;fontStyle=1;rounded=0;" value="" vertex="1">
          <mxGeometry height="20" width="75" x="-1107.5" y="372.5" as="geometry" />
        </mxCell>
        <mxCell id="KtZ6byTwQnFwZSQ_47y7-144" collapsed="1" parent="1" style="text;html=1;align=center;verticalAlign=middle;whiteSpace=wrap;rounded=0;container=0;fontFamily=Times New Roman;fontStyle=1" value="20A" vertex="1">
          <mxGeometry height="30" width="60" x="-1060" y="367.5" as="geometry">
            <mxRectangle height="30" width="60" x="320" y="275" as="alternateBounds" />
          </mxGeometry>
        </mxCell>
        <mxCell id="KtZ6byTwQnFwZSQ_47y7-145" collapsed="1" parent="1" style="text;html=1;align=center;verticalAlign=middle;whiteSpace=wrap;rounded=0;container=0;fontFamily=Times New Roman;fontStyle=1" value="&lt;div&gt;Condition: Full Down Thrust, Full Forward Thrust&lt;/div&gt;&lt;div&gt;FLA = 12A&lt;/div&gt;&lt;div&gt;Fuse size selected based on table and FLA&lt;/div&gt;&lt;div&gt;&lt;span&gt;Fuse = 20A&lt;/span&gt;&lt;/div&gt;" vertex="1">
          <mxGeometry height="170" width="270" x="-1340" y="50" as="geometry">
            <mxRectangle height="30" width="60" x="320" y="275" as="alternateBounds" />
          </mxGeometry>
        </mxCell>
        <mxCell id="KtZ6byTwQnFwZSQ_47y7-147" edge="1" parent="1" source="KtZ6byTwQnFwZSQ_47y7-21" style="endArrow=none;dashed=1;html=1;strokeWidth=2;rounded=0;exitX=1;exitY=0.5;exitDx=0;exitDy=0;fontFamily=Times New Roman;fontStyle=1" value="">
          <mxGeometry height="50" relative="1" width="50" as="geometry">
            <mxPoint x="-1170" y="80" as="sourcePoint" />
            <mxPoint x="-1100" y="55" as="targetPoint" />
          </mxGeometry>
        </mxCell>
        <object label="Internal 5V Step Down" id="YFcSXKNce1uvGu7f9DYM-2">
          <mxCell edge="1" parent="1" source="KtZ6byTwQnFwZSQ_47y7-42" style="edgeStyle=orthogonalEdgeStyle;rounded=0;orthogonalLoop=1;jettySize=auto;html=1;exitX=1;exitY=1;exitDx=0;exitDy=0;entryX=0;entryY=0.5;entryDx=0;entryDy=0;metaEdit=1;fontFamily=Times New Roman;fontStyle=1" target="KtZ6byTwQnFwZSQ_47y7-25">
            <mxGeometry relative="1" x="-0.4236" as="geometry">
              <mxPoint as="offset" />
              <Array as="points">
                <mxPoint x="-1028" y="270" />
                <mxPoint x="-875" y="270" />
                <mxPoint x="-875" y="330" />
              </Array>
              <mxPoint x="-929.9999999999998" y="279.9999999999999" as="targetPoint" />
            </mxGeometry>
          </mxCell>
        </object>
        <mxCell id="YFcSXKNce1uvGu7f9DYM-5" edge="1" parent="1" source="KtZ6byTwQnFwZSQ_47y7-42" style="edgeStyle=orthogonalEdgeStyle;rounded=0;orthogonalLoop=1;jettySize=auto;html=1;exitX=1;exitY=0;exitDx=0;exitDy=0;entryX=0.5;entryY=0;entryDx=0;entryDy=0;fontFamily=Times New Roman;fontStyle=1" target="KtZ6byTwQnFwZSQ_47y7-13">
          <mxGeometry relative="1" as="geometry">
            <Array as="points">
              <mxPoint x="-1028" y="40" />
              <mxPoint x="-680" y="40" />
            </Array>
          </mxGeometry>
        </mxCell>
        <mxCell id="YFcSXKNce1uvGu7f9DYM-6" edge="1" parent="1" source="KtZ6byTwQnFwZSQ_47y7-38" style="edgeStyle=orthogonalEdgeStyle;rounded=0;orthogonalLoop=1;jettySize=auto;html=1;exitX=1;exitY=0;exitDx=0;exitDy=0;entryX=1;entryY=1;entryDx=0;entryDy=0;dashed=1;startArrow=classic;startFill=1;fontFamily=Times New Roman;fontStyle=1" target="KtZ6byTwQnFwZSQ_47y7-30">
          <mxGeometry relative="1" as="geometry" />
        </mxCell>
        <mxCell id="etV4jzlPymx9ehgoYt_u-17" edge="1" parent="1" source="KtZ6byTwQnFwZSQ_47y7-87" style="edgeStyle=orthogonalEdgeStyle;rounded=0;orthogonalLoop=1;jettySize=auto;html=1;exitX=1;exitY=1;exitDx=0;exitDy=0;entryX=0;entryY=0;entryDx=0;entryDy=0;fontFamily=Times New Roman;fontStyle=1" target="etV4jzlPymx9ehgoYt_u-15">
          <mxGeometry relative="1" as="geometry">
            <Array as="points">
              <mxPoint x="-1160" y="778" />
              <mxPoint x="-1160" y="962" />
            </Array>
          </mxGeometry>
        </mxCell>
        <mxCell id="etV4jzlPymx9ehgoYt_u-64" connectable="0" parent="1" style="group;fontFamily=Times New Roman;fontStyle=1;rounded=0;" value="" vertex="1">
          <mxGeometry height="80" width="120" x="-760" y="950" as="geometry" />
        </mxCell>
        <mxCell id="etV4jzlPymx9ehgoYt_u-65" parent="etV4jzlPymx9ehgoYt_u-64" style="ellipse;whiteSpace=wrap;html=1;fontFamily=Times New Roman;fontStyle=1;rounded=0;" value="" vertex="1">
          <mxGeometry height="80" width="120" as="geometry" />
        </mxCell>
        <mxCell id="etV4jzlPymx9ehgoYt_u-66" collapsed="1" parent="etV4jzlPymx9ehgoYt_u-64" style="text;html=1;align=center;verticalAlign=middle;whiteSpace=wrap;rounded=0;container=0;fontFamily=Times New Roman;fontStyle=1" value="Ping 1D Sonar" vertex="1">
          <mxGeometry height="30" width="60" x="30" y="25" as="geometry">
            <mxRectangle height="30" width="60" x="320" y="275" as="alternateBounds" />
          </mxGeometry>
        </mxCell>
        <mxCell id="etV4jzlPymx9ehgoYt_u-67" edge="1" parent="1" source="etV4jzlPymx9ehgoYt_u-65" style="rounded=0;orthogonalLoop=1;jettySize=auto;html=1;exitX=0.02;exitY=0.37;exitDx=0;exitDy=0;entryX=0.638;entryY=0.967;entryDx=0;entryDy=0;entryPerimeter=0;exitPerimeter=0;startArrow=classicThin;startFill=1;endArrow=none;fontFamily=Times New Roman;fontStyle=1" target="KtZ6byTwQnFwZSQ_47y7-77">
          <mxGeometry relative="1" as="geometry">
            <mxPoint x="-920" y="800" as="targetPoint" />
          </mxGeometry>
        </mxCell>
        <mxCell id="etV4jzlPymx9ehgoYt_u-68" edge="1" parent="1" source="etV4jzlPymx9ehgoYt_u-65" style="rounded=0;orthogonalLoop=1;jettySize=auto;html=1;exitX=0.075;exitY=0.231;exitDx=0;exitDy=0;entryX=0.782;entryY=0.895;entryDx=0;entryDy=0;entryPerimeter=0;dashed=1;exitPerimeter=0;fontFamily=Times New Roman;fontStyle=1" target="KtZ6byTwQnFwZSQ_47y7-77">
          <mxGeometry relative="1" as="geometry" />
        </mxCell>
        <mxCell id="ipf7ujVZ-AzwesgqvqbX-1" connectable="0" parent="1" style="group;fontFamily=Times New Roman;fontStyle=1;rounded=0;" value="" vertex="1">
          <mxGeometry height="80" width="120" x="-640" y="660" as="geometry" />
        </mxCell>
        <mxCell id="ipf7ujVZ-AzwesgqvqbX-2" parent="ipf7ujVZ-AzwesgqvqbX-1" style="ellipse;whiteSpace=wrap;html=1;fontFamily=Times New Roman;fontStyle=1;rounded=0;" value="" vertex="1">
          <mxGeometry height="80" width="120" as="geometry" />
        </mxCell>
        <mxCell id="ipf7ujVZ-AzwesgqvqbX-3" collapsed="1" parent="ipf7ujVZ-AzwesgqvqbX-1" style="text;html=1;align=center;verticalAlign=middle;whiteSpace=wrap;rounded=0;container=0;fontFamily=Times New Roman;fontStyle=1" value="Submersible Pump" vertex="1">
          <mxGeometry height="30" width="60" x="30" y="25" as="geometry">
            <mxRectangle height="30" width="60" x="320" y="275" as="alternateBounds" />
          </mxGeometry>
        </mxCell>
        <mxCell id="59XTsty1G1Yx93DkZX_j-1" parent="1" style="text;html=1;whiteSpace=wrap;strokeColor=none;fillColor=none;align=center;verticalAlign=middle;rounded=0;fontFamily=Times New Roman;fontStyle=1" value="&lt;font style=&quot;font-size: 43px;&quot;&gt;&lt;span&gt;MateROV Electrical SID&lt;/span&gt;&lt;/font&gt;" vertex="1">
          <mxGeometry height="40" width="540" x="900" y="100" as="geometry" />
        </mxCell>
        <mxCell id="59XTsty1G1Yx93DkZX_j-24" edge="1" parent="1" style="edgeStyle=orthogonalEdgeStyle;rounded=0;orthogonalLoop=1;jettySize=auto;html=1;exitX=0.5;exitY=1;exitDx=0;exitDy=0;">
          <mxGeometry relative="1" as="geometry">
-             <mxPoint x="1330" y="880" as="sourcePoint" />
-             <mxPoint x="1330" y="880" as="targetPoint" />
+             <mxPoint x="1460" y="880" as="sourcePoint" />
+             <mxPoint x="1460" y="880" as="targetPoint" />
          </mxGeometry>
        </mxCell>
        <mxCell id="59XTsty1G1Yx93DkZX_j-45" parent="1" style="swimlane;whiteSpace=wrap;html=1;" value="Legend" vertex="1">
          <mxGeometry height="110" width="200" x="940" y="150" as="geometry" />
        </mxCell>
        <mxCell id="59XTsty1G1Yx93DkZX_j-46" parent="59XTsty1G1Yx93DkZX_j-45" style="text;html=1;whiteSpace=wrap;strokeColor=none;fillColor=none;align=center;verticalAlign=middle;rounded=0;" value="Power" vertex="1">
          <mxGeometry height="30" width="60" y="40" as="geometry" />
        </mxCell>
        <mxCell id="59XTsty1G1Yx93DkZX_j-47" parent="59XTsty1G1Yx93DkZX_j-45" style="text;html=1;whiteSpace=wrap;strokeColor=none;fillColor=none;align=center;verticalAlign=middle;rounded=0;" value="Data" vertex="1">
          <mxGeometry height="30" width="60" y="70" as="geometry" />
        </mxCell>
        <mxCell id="59XTsty1G1Yx93DkZX_j-53" edge="1" parent="59XTsty1G1Yx93DkZX_j-45" style="endArrow=none;dashed=1;html=1;dashPattern=1 3;strokeWidth=2;strokeColor=#3333FF;" value="">
          <mxGeometry height="50" relative="1" width="50" as="geometry">
            <mxPoint x="70" y="84.72" as="sourcePoint" />
            <mxPoint x="180" y="85" as="targetPoint" />
          </mxGeometry>
        </mxCell>
        <mxCell id="59XTsty1G1Yx93DkZX_j-54" edge="1" parent="59XTsty1G1Yx93DkZX_j-45" style="endArrow=none;html=1;strokeColor=#FF3333;" value="">
          <mxGeometry height="50" relative="1" width="50" as="geometry">
            <mxPoint x="75" y="54.72" as="sourcePoint" />
            <mxPoint x="180" y="54.72" as="targetPoint" />
          </mxGeometry>
        </mxCell>
        <mxCell id="59XTsty1G1Yx93DkZX_j-60" edge="1" parent="1" source="59XTsty1G1Yx93DkZX_j-57" style="edgeStyle=orthogonalEdgeStyle;orthogonalLoop=1;jettySize=auto;html=1;entryX=0;entryY=0.5;entryDx=0;entryDy=0;" target="59XTsty1G1Yx93DkZX_j-59">
          <mxGeometry relative="1" as="geometry" />
        </mxCell>
        <mxCell id="59XTsty1G1Yx93DkZX_j-57" parent="1" style="rounded=0;whiteSpace=wrap;html=1;fillColor=#fad9d5;strokeColor=#ae4132;" value="120 V AC Power Source" vertex="1">
          <mxGeometry height="60" width="120" x="1160" y="150" as="geometry" />
        </mxCell>
        <mxCell id="59XTsty1G1Yx93DkZX_j-62" edge="1" parent="1" source="59XTsty1G1Yx93DkZX_j-59" style="edgeStyle=orthogonalEdgeStyle;orthogonalLoop=1;jettySize=auto;html=1;" target="59XTsty1G1Yx93DkZX_j-61" value="">
          <mxGeometry relative="1" as="geometry" />
        </mxCell>
        <mxCell id="59XTsty1G1Yx93DkZX_j-59" parent="1" style="rounded=0;whiteSpace=wrap;html=1;" value="Power Strip" vertex="1">
          <mxGeometry height="60" width="120" x="1320" y="150" as="geometry" />
        </mxCell>
        <mxCell id="59XTsty1G1Yx93DkZX_j-65" edge="1" parent="1" source="59XTsty1G1Yx93DkZX_j-61" style="edgeStyle=orthogonalEdgeStyle;orthogonalLoop=1;jettySize=auto;html=1;" target="59XTsty1G1Yx93DkZX_j-64" value="">
          <mxGeometry relative="1" as="geometry" />
        </mxCell>
        <mxCell id="59XTsty1G1Yx93DkZX_j-61" parent="1" style="rounded=0;whiteSpace=wrap;html=1;" value="240 V AC Step-up&lt;br&gt;Transformer" vertex="1">
          <mxGeometry height="60" width="120" x="1480" y="150" as="geometry" />
        </mxCell>
        <mxCell id="59XTsty1G1Yx93DkZX_j-67" edge="1" parent="1" source="59XTsty1G1Yx93DkZX_j-64" style="edgeStyle=orthogonalEdgeStyle;orthogonalLoop=1;jettySize=auto;html=1;" target="59XTsty1G1Yx93DkZX_j-66" value="">
          <mxGeometry relative="1" as="geometry" />
        </mxCell>
        <mxCell id="59XTsty1G1Yx93DkZX_j-64" parent="1" style="rounded=0;whiteSpace=wrap;html=1;" value="240 V AC Step-up&lt;br&gt;Transformer" vertex="1">
          <mxGeometry height="60" width="120" x="1480" y="240" as="geometry" />
        </mxCell>
        <mxCell id="59XTsty1G1Yx93DkZX_j-71" edge="1" parent="1" source="59XTsty1G1Yx93DkZX_j-66" style="edgeStyle=orthogonalEdgeStyle;orthogonalLoop=1;jettySize=auto;html=1;" target="59XTsty1G1Yx93DkZX_j-70" value="">
          <mxGeometry relative="1" as="geometry" />
        </mxCell>
        <mxCell id="59XTsty1G1Yx93DkZX_j-66" parent="1" style="rounded=0;whiteSpace=wrap;html=1;" value="1.5KW 48VDC PSU" vertex="1">
          <mxGeometry height="60" width="120" x="1480" y="320" as="geometry" />
        </mxCell>
        <mxCell id="59XTsty1G1Yx93DkZX_j-81" edge="1" parent="1" source="59XTsty1G1Yx93DkZX_j-70" style="edgeStyle=orthogonalEdgeStyle;orthogonalLoop=1;jettySize=auto;html=1;entryX=0.5;entryY=0;entryDx=0;entryDy=0;" target="59XTsty1G1Yx93DkZX_j-101" value="">
          <mxGeometry relative="1" as="geometry">
            <mxPoint x="1540" y="560" as="targetPoint" />
          </mxGeometry>
        </mxCell>
        <mxCell id="59XTsty1G1Yx93DkZX_j-99" connectable="0" parent="59XTsty1G1Yx93DkZX_j-81" style="edgeLabel;html=1;align=center;verticalAlign=middle;resizable=0;points=[];" value="TETHER" vertex="1">
          <mxGeometry relative="1" x="-0.062" y="-1" as="geometry">
            <mxPoint as="offset" />
          </mxGeometry>
        </mxCell>
        <mxCell id="59XTsty1G1Yx93DkZX_j-70" parent="1" style="shape=process;whiteSpace=wrap;html=1;backgroundOutline=1;rounded=0;direction=south;" value="&lt;div&gt;30A&amp;nbsp;&lt;/div&gt;" vertex="1">
          <mxGeometry height="60" width="40" x="1520" y="420" as="geometry" />
        </mxCell>
        <mxCell id="59XTsty1G1Yx93DkZX_j-83" parent="1" style="text;html=1;whiteSpace=wrap;strokeColor=none;fillColor=none;align=center;verticalAlign=middle;rounded=0;" value="&lt;div&gt;Condition: Full Down Thrust, Full Forward Thrust&lt;/div&gt;&lt;div&gt;FLA = 27.4A&lt;/div&gt;&lt;div&gt;&lt;br&gt;&lt;/div&gt;&lt;div&gt;Fuse size selected based on table and FLA&lt;/div&gt;&lt;div&gt;&lt;b&gt;Fuse = 30A&lt;/b&gt;&lt;/div&gt;" vertex="1">
          <mxGeometry height="80" width="260" x="1190" y="230" as="geometry" />
        </mxCell>
        <mxCell id="59XTsty1G1Yx93DkZX_j-181" edge="1" parent="1" source="59XTsty1G1Yx93DkZX_j-101" style="edgeStyle=orthogonalEdgeStyle;orthogonalLoop=1;jettySize=auto;html=1;entryX=0.5;entryY=1;entryDx=0;entryDy=0;" target="59XTsty1G1Yx93DkZX_j-180">
          <mxGeometry relative="1" as="geometry">
            <Array as="points">
              <mxPoint x="1420" y="630" />
            </Array>
          </mxGeometry>
        </mxCell>
        <mxCell id="59XTsty1G1Yx93DkZX_j-101" parent="1" style="rounded=0;whiteSpace=wrap;html=1;fillColor=#ffe6cc;strokeColor=#d79b00;" value="Fangtooth" vertex="1">
          <mxGeometry height="60" width="120" x="1480" y="600" as="geometry" />
        </mxCell>
        <mxCell id="59XTsty1G1Yx93DkZX_j-113" edge="1" parent="1" source="59XTsty1G1Yx93DkZX_j-102" style="edgeStyle=orthogonalEdgeStyle;orthogonalLoop=1;jettySize=auto;html=1;entryX=0.5;entryY=0;entryDx=0;entryDy=0;" target="59XTsty1G1Yx93DkZX_j-108">
          <mxGeometry relative="1" as="geometry" />
        </mxCell>
-         <mxCell id="59XTsty1G1Yx93DkZX_j-102" parent="1" style="rounded=0;whiteSpace=wrap;html=1;" value="Thrusters Powerbus" vertex="1">
+         <mxCell id="59XTsty1G1Yx93DkZX_j-102" parent="1" style="rounded=0;whiteSpace=wrap;html=1;fillColor=#f8cecc;strokeColor=#b85450;" value="Thrusters Powerbus" vertex="1">
          <mxGeometry height="60" width="120" x="1360" y="700" as="geometry" />
        </mxCell>
        <mxCell id="59XTsty1G1Yx93DkZX_j-135" edge="1" parent="1" source="59XTsty1G1Yx93DkZX_j-108" style="edgeStyle=orthogonalEdgeStyle;orthogonalLoop=1;jettySize=auto;html=1;entryX=0.5;entryY=0;entryDx=0;entryDy=0;" target="59XTsty1G1Yx93DkZX_j-116">
          <mxGeometry relative="1" as="geometry" />
        </mxCell>
        <mxCell id="59XTsty1G1Yx93DkZX_j-137" edge="1" parent="1" source="59XTsty1G1Yx93DkZX_j-108" style="edgeStyle=orthogonalEdgeStyle;orthogonalLoop=1;jettySize=auto;html=1;entryX=0.5;entryY=0;entryDx=0;entryDy=0;" target="59XTsty1G1Yx93DkZX_j-120">
          <mxGeometry relative="1" as="geometry" />
        </mxCell>
        <mxCell id="59XTsty1G1Yx93DkZX_j-138" edge="1" parent="1" source="59XTsty1G1Yx93DkZX_j-108" style="edgeStyle=orthogonalEdgeStyle;orthogonalLoop=1;jettySize=auto;html=1;entryX=0.5;entryY=0;entryDx=0;entryDy=0;" target="59XTsty1G1Yx93DkZX_j-117">
          <mxGeometry relative="1" as="geometry" />
        </mxCell>
        <mxCell id="59XTsty1G1Yx93DkZX_j-139" edge="1" parent="1" source="59XTsty1G1Yx93DkZX_j-108" style="edgeStyle=orthogonalEdgeStyle;orthogonalLoop=1;jettySize=auto;html=1;entryX=0.5;entryY=0;entryDx=0;entryDy=0;" target="59XTsty1G1Yx93DkZX_j-118">
          <mxGeometry relative="1" as="geometry" />
        </mxCell>
        <mxCell id="59XTsty1G1Yx93DkZX_j-140" edge="1" parent="1" source="59XTsty1G1Yx93DkZX_j-108" style="edgeStyle=orthogonalEdgeStyle;orthogonalLoop=1;jettySize=auto;html=1;entryX=0.5;entryY=0;entryDx=0;entryDy=0;" target="59XTsty1G1Yx93DkZX_j-121">
          <mxGeometry relative="1" as="geometry" />
        </mxCell>
        <mxCell id="59XTsty1G1Yx93DkZX_j-141" edge="1" parent="1" source="59XTsty1G1Yx93DkZX_j-108" style="edgeStyle=orthogonalEdgeStyle;orthogonalLoop=1;jettySize=auto;html=1;entryX=0.5;entryY=0;entryDx=0;entryDy=0;" target="59XTsty1G1Yx93DkZX_j-122">
          <mxGeometry relative="1" as="geometry" />
        </mxCell>
        <mxCell id="59XTsty1G1Yx93DkZX_j-142" edge="1" parent="1" source="59XTsty1G1Yx93DkZX_j-108" style="edgeStyle=orthogonalEdgeStyle;orthogonalLoop=1;jettySize=auto;html=1;entryX=0.5;entryY=0;entryDx=0;entryDy=0;" target="59XTsty1G1Yx93DkZX_j-123">
          <mxGeometry relative="1" as="geometry" />
        </mxCell>
        <mxCell id="59XTsty1G1Yx93DkZX_j-143" edge="1" parent="1" source="59XTsty1G1Yx93DkZX_j-108" style="edgeStyle=orthogonalEdgeStyle;orthogonalLoop=1;jettySize=auto;html=1;" target="59XTsty1G1Yx93DkZX_j-124">
          <mxGeometry relative="1" as="geometry" />
        </mxCell>
-         <mxCell id="59XTsty1G1Yx93DkZX_j-108" parent="1" style="rounded=0;whiteSpace=wrap;html=1;fillColor=#fad9d5;strokeColor=#ae4132;" value="12v Bus bar" vertex="1">
-           <mxGeometry height="60" width="460" x="1060" y="800" as="geometry" />
+         <mxCell id="59XTsty1G1Yx93DkZX_j-108" parent="1" style="rounded=0;whiteSpace=wrap;html=1;fillColor=#d5e8d4;strokeColor=#82b366;" value="12v Bus bar" vertex="1">
+           <mxGeometry height="60" width="460" x="1190" y="800" as="geometry" />
        </mxCell>
        <mxCell id="59XTsty1G1Yx93DkZX_j-158" edge="1" parent="1" source="59XTsty1G1Yx93DkZX_j-111" style="edgeStyle=orthogonalEdgeStyle;orthogonalLoop=1;jettySize=auto;html=1;entryX=0;entryY=0.5;entryDx=0;entryDy=0;dashed=1;" target="59XTsty1G1Yx93DkZX_j-154">
          <mxGeometry relative="1" as="geometry" />
        </mxCell>
        <mxCell id="59XTsty1G1Yx93DkZX_j-159" edge="1" parent="1" source="59XTsty1G1Yx93DkZX_j-111" style="edgeStyle=orthogonalEdgeStyle;orthogonalLoop=1;jettySize=auto;html=1;entryX=0;entryY=0.5;entryDx=0;entryDy=0;dashed=1;" target="59XTsty1G1Yx93DkZX_j-153">
          <mxGeometry relative="1" as="geometry" />
        </mxCell>
        <mxCell id="59XTsty1G1Yx93DkZX_j-160" edge="1" parent="1" source="59XTsty1G1Yx93DkZX_j-111" style="edgeStyle=orthogonalEdgeStyle;orthogonalLoop=1;jettySize=auto;html=1;entryX=0;entryY=0.5;entryDx=0;entryDy=0;dashed=1;" target="59XTsty1G1Yx93DkZX_j-155">
          <mxGeometry relative="1" as="geometry" />
        </mxCell>
-         <mxCell id="59XTsty1G1Yx93DkZX_j-187" edge="1" parent="1" source="59XTsty1G1Yx93DkZX_j-111" style="edgeStyle=orthogonalEdgeStyle;orthogonalLoop=1;jettySize=auto;html=1;entryX=1.019;entryY=0.912;entryDx=0;entryDy=0;dashed=1;entryPerimeter=0;" target="59XTsty1G1Yx93DkZX_j-163">
-           <mxGeometry relative="1" as="geometry">
-             <Array as="points">
-               <mxPoint x="800" y="620" />
-               <mxPoint x="800" y="667" />
-             </Array>
-           </mxGeometry>
-         </mxCell>
-         <mxCell id="59XTsty1G1Yx93DkZX_j-188" edge="1" parent="1" source="59XTsty1G1Yx93DkZX_j-111" style="edgeStyle=orthogonalEdgeStyle;orthogonalLoop=1;jettySize=auto;html=1;entryX=0.994;entryY=0.912;entryDx=0;entryDy=0;dashed=1;entryPerimeter=0;" target="59XTsty1G1Yx93DkZX_j-164">
-           <mxGeometry relative="1" as="geometry">
-             <Array as="points">
-               <mxPoint x="810" y="630" />
-               <mxPoint x="810" y="707" />
-             </Array>
-           </mxGeometry>
-         </mxCell>
-         <mxCell id="59XTsty1G1Yx93DkZX_j-111" parent="1" style="rounded=0;whiteSpace=wrap;html=1;fillColor=#fad7ac;strokeColor=#b46504;" value="LattePanda" vertex="1">
-           <mxGeometry height="60" width="120" x="880" y="580" as="geometry" />
+         <mxCell id="59XTsty1G1Yx93DkZX_j-196" edge="1" parent="1" source="59XTsty1G1Yx93DkZX_j-111" style="edgeStyle=orthogonalEdgeStyle;orthogonalLoop=1;jettySize=auto;html=1;entryX=0.25;entryY=0;entryDx=0;entryDy=0;" target="59XTsty1G1Yx93DkZX_j-165">
+           <mxGeometry relative="1" as="geometry">
+             <Array as="points">
+               <mxPoint x="940" y="675" />
+               <mxPoint x="880" y="675" />
+             </Array>
+           </mxGeometry>
+         </mxCell>
+         <mxCell id="59XTsty1G1Yx93DkZX_j-197" edge="1" parent="1" source="59XTsty1G1Yx93DkZX_j-111" style="edgeStyle=orthogonalEdgeStyle;orthogonalLoop=1;jettySize=auto;html=1;entryX=0.75;entryY=0;entryDx=0;entryDy=0;dashed=1;" target="59XTsty1G1Yx93DkZX_j-165">
+           <mxGeometry relative="1" as="geometry">
+             <Array as="points">
+               <mxPoint x="950" y="680" />
+               <mxPoint x="920" y="680" />
+             </Array>
+           </mxGeometry>
+         </mxCell>
+         <mxCell id="59XTsty1G1Yx93DkZX_j-198" edge="1" parent="1" source="59XTsty1G1Yx93DkZX_j-111" style="edgeStyle=orthogonalEdgeStyle;orthogonalLoop=1;jettySize=auto;html=1;entryX=0.25;entryY=0;entryDx=0;entryDy=0;" target="59XTsty1G1Yx93DkZX_j-163">
+           <mxGeometry relative="1" as="geometry">
+             <Array as="points">
+               <mxPoint x="980" y="675" />
+               <mxPoint x="970" y="675" />
+             </Array>
+           </mxGeometry>
+         </mxCell>
+         <mxCell id="59XTsty1G1Yx93DkZX_j-199" edge="1" parent="1" source="59XTsty1G1Yx93DkZX_j-111" style="edgeStyle=orthogonalEdgeStyle;orthogonalLoop=1;jettySize=auto;html=1;entryX=0.75;entryY=0;entryDx=0;entryDy=0;dashed=1;" target="59XTsty1G1Yx93DkZX_j-163">
+           <mxGeometry relative="1" as="geometry">
+             <Array as="points">
+               <mxPoint x="1000" y="675" />
+               <mxPoint x="1010" y="675" />
+             </Array>
+           </mxGeometry>
+         </mxCell>
+         <mxCell id="59XTsty1G1Yx93DkZX_j-200" edge="1" parent="1" source="59XTsty1G1Yx93DkZX_j-111" style="edgeStyle=orthogonalEdgeStyle;orthogonalLoop=1;jettySize=auto;html=1;entryX=0.25;entryY=0;entryDx=0;entryDy=0;" target="59XTsty1G1Yx93DkZX_j-164">
+           <mxGeometry relative="1" as="geometry">
+             <Array as="points">
+               <mxPoint x="1030" y="680" />
+               <mxPoint x="1060" y="680" />
+             </Array>
+           </mxGeometry>
+         </mxCell>
+         <mxCell id="59XTsty1G1Yx93DkZX_j-201" edge="1" parent="1" source="59XTsty1G1Yx93DkZX_j-111" style="edgeStyle=orthogonalEdgeStyle;orthogonalLoop=1;jettySize=auto;html=1;entryX=0.75;entryY=0;entryDx=0;entryDy=0;dashed=1;" target="59XTsty1G1Yx93DkZX_j-164">
+           <mxGeometry relative="1" as="geometry">
+             <Array as="points">
+               <mxPoint x="1040" y="675" />
+               <mxPoint x="1100" y="675" />
+             </Array>
+           </mxGeometry>
+         </mxCell>
+         <mxCell id="59XTsty1G1Yx93DkZX_j-111" parent="1" style="rounded=0;whiteSpace=wrap;html=1;fillColor=#d5e8d4;strokeColor=#82b366;" value="LattePanda" vertex="1">
+           <mxGeometry height="60" width="120" x="930" y="580" as="geometry" />
        </mxCell>
        <mxCell id="59XTsty1G1Yx93DkZX_j-145" edge="1" parent="1" source="59XTsty1G1Yx93DkZX_j-116" style="edgeStyle=orthogonalEdgeStyle;orthogonalLoop=1;jettySize=auto;html=1;entryX=0.5;entryY=0;entryDx=0;entryDy=0;" target="59XTsty1G1Yx93DkZX_j-126">
          <mxGeometry relative="1" as="geometry" />
        </mxCell>
-         <mxCell id="59XTsty1G1Yx93DkZX_j-116" parent="1" style="rounded=0;whiteSpace=wrap;html=1;" value="ESC" vertex="1">
-           <mxGeometry height="20" width="40" x="1060" y="920" as="geometry" />
+         <mxCell id="59XTsty1G1Yx93DkZX_j-116" parent="1" style="rounded=0;whiteSpace=wrap;html=1;fillColor=#f5f5f5;fontColor=#333333;strokeColor=#666666;" value="ESC" vertex="1">
+           <mxGeometry height="20" width="40" x="1190" y="920" as="geometry" />
        </mxCell>
        <mxCell id="59XTsty1G1Yx93DkZX_j-147" edge="1" parent="1" source="59XTsty1G1Yx93DkZX_j-117" style="edgeStyle=orthogonalEdgeStyle;orthogonalLoop=1;jettySize=auto;html=1;entryX=0.5;entryY=0;entryDx=0;entryDy=0;" target="59XTsty1G1Yx93DkZX_j-128">
          <mxGeometry relative="1" as="geometry" />
        </mxCell>
-         <mxCell id="59XTsty1G1Yx93DkZX_j-117" parent="1" style="rounded=0;whiteSpace=wrap;html=1;" value="ESC" vertex="1">
-           <mxGeometry height="20" width="40" x="1180" y="920" as="geometry" />
+         <mxCell id="59XTsty1G1Yx93DkZX_j-117" parent="1" style="rounded=0;whiteSpace=wrap;html=1;fillColor=#f5f5f5;fontColor=#333333;strokeColor=#666666;" value="ESC" vertex="1">
+           <mxGeometry height="20" width="40" x="1310" y="920" as="geometry" />
        </mxCell>
        <mxCell id="59XTsty1G1Yx93DkZX_j-148" edge="1" parent="1" source="59XTsty1G1Yx93DkZX_j-118" style="edgeStyle=orthogonalEdgeStyle;orthogonalLoop=1;jettySize=auto;html=1;entryX=0.5;entryY=0;entryDx=0;entryDy=0;" target="59XTsty1G1Yx93DkZX_j-129">
          <mxGeometry relative="1" as="geometry" />
        </mxCell>
-         <mxCell id="59XTsty1G1Yx93DkZX_j-118" parent="1" style="rounded=0;whiteSpace=wrap;html=1;" value="ESC" vertex="1">
-           <mxGeometry height="20" width="40" x="1240" y="920" as="geometry" />
+         <mxCell id="59XTsty1G1Yx93DkZX_j-118" parent="1" style="rounded=0;whiteSpace=wrap;html=1;fillColor=#f5f5f5;fontColor=#333333;strokeColor=#666666;" value="ESC" vertex="1">
+           <mxGeometry height="20" width="40" x="1370" y="920" as="geometry" />
        </mxCell>
        <mxCell id="59XTsty1G1Yx93DkZX_j-146" edge="1" parent="1" source="59XTsty1G1Yx93DkZX_j-120" style="edgeStyle=orthogonalEdgeStyle;orthogonalLoop=1;jettySize=auto;html=1;entryX=0.5;entryY=0;entryDx=0;entryDy=0;" target="59XTsty1G1Yx93DkZX_j-127">
          <mxGeometry relative="1" as="geometry" />
        </mxCell>
-         <mxCell id="59XTsty1G1Yx93DkZX_j-120" parent="1" style="rounded=0;whiteSpace=wrap;html=1;" value="ESC" vertex="1">
-           <mxGeometry height="20" width="40" x="1120" y="920" as="geometry" />
+         <mxCell id="59XTsty1G1Yx93DkZX_j-120" parent="1" style="rounded=0;whiteSpace=wrap;html=1;fillColor=#f5f5f5;fontColor=#333333;strokeColor=#666666;" value="ESC" vertex="1">
+           <mxGeometry height="20" width="40" x="1250" y="920" as="geometry" />
        </mxCell>
        <mxCell id="59XTsty1G1Yx93DkZX_j-149" edge="1" parent="1" source="59XTsty1G1Yx93DkZX_j-121" style="edgeStyle=orthogonalEdgeStyle;orthogonalLoop=1;jettySize=auto;html=1;entryX=0.5;entryY=0;entryDx=0;entryDy=0;" target="59XTsty1G1Yx93DkZX_j-130">
          <mxGeometry relative="1" as="geometry" />
        </mxCell>
-         <mxCell id="59XTsty1G1Yx93DkZX_j-121" parent="1" style="rounded=0;whiteSpace=wrap;html=1;" value="ESC" vertex="1">
-           <mxGeometry height="20" width="40" x="1300" y="920" as="geometry" />
+         <mxCell id="59XTsty1G1Yx93DkZX_j-121" parent="1" style="rounded=0;whiteSpace=wrap;html=1;fillColor=#f5f5f5;fontColor=#333333;strokeColor=#666666;" value="ESC" vertex="1">
+           <mxGeometry height="20" width="40" x="1430" y="920" as="geometry" />
        </mxCell>
        <mxCell id="59XTsty1G1Yx93DkZX_j-150" edge="1" parent="1" source="59XTsty1G1Yx93DkZX_j-122" style="edgeStyle=orthogonalEdgeStyle;orthogonalLoop=1;jettySize=auto;html=1;entryX=0.5;entryY=0;entryDx=0;entryDy=0;" target="59XTsty1G1Yx93DkZX_j-131">
          <mxGeometry relative="1" as="geometry" />
        </mxCell>
-         <mxCell id="59XTsty1G1Yx93DkZX_j-122" parent="1" style="rounded=0;whiteSpace=wrap;html=1;" value="ESC" vertex="1">
-           <mxGeometry height="20" width="40" x="1360" y="920" as="geometry" />
+         <mxCell id="59XTsty1G1Yx93DkZX_j-122" parent="1" style="rounded=0;whiteSpace=wrap;html=1;fillColor=#f5f5f5;fontColor=#333333;strokeColor=#666666;" value="ESC" vertex="1">
+           <mxGeometry height="20" width="40" x="1490" y="920" as="geometry" />
        </mxCell>
        <mxCell id="59XTsty1G1Yx93DkZX_j-151" edge="1" parent="1" source="59XTsty1G1Yx93DkZX_j-123" style="edgeStyle=orthogonalEdgeStyle;orthogonalLoop=1;jettySize=auto;html=1;entryX=0.5;entryY=0;entryDx=0;entryDy=0;" target="59XTsty1G1Yx93DkZX_j-132">
          <mxGeometry relative="1" as="geometry" />
        </mxCell>
-         <mxCell id="59XTsty1G1Yx93DkZX_j-123" parent="1" style="rounded=0;whiteSpace=wrap;html=1;" value="ESC" vertex="1">
-           <mxGeometry height="20" width="40" x="1420" y="920" as="geometry" />
+         <mxCell id="59XTsty1G1Yx93DkZX_j-123" parent="1" style="rounded=0;whiteSpace=wrap;html=1;fillColor=#f5f5f5;fontColor=#333333;strokeColor=#666666;" value="ESC" vertex="1">
+           <mxGeometry height="20" width="40" x="1550" y="920" as="geometry" />
        </mxCell>
        <mxCell id="59XTsty1G1Yx93DkZX_j-152" edge="1" parent="1" source="59XTsty1G1Yx93DkZX_j-124" style="edgeStyle=orthogonalEdgeStyle;orthogonalLoop=1;jettySize=auto;html=1;entryX=0.5;entryY=0;entryDx=0;entryDy=0;" target="59XTsty1G1Yx93DkZX_j-133">
          <mxGeometry relative="1" as="geometry" />
        </mxCell>
-         <mxCell id="59XTsty1G1Yx93DkZX_j-124" parent="1" style="rounded=0;whiteSpace=wrap;html=1;" value="ESC" vertex="1">
-           <mxGeometry height="20" width="40" x="1480" y="920" as="geometry" />
+         <mxCell id="59XTsty1G1Yx93DkZX_j-124" parent="1" style="rounded=0;whiteSpace=wrap;html=1;fillColor=#f5f5f5;fontColor=#333333;strokeColor=#666666;" value="ESC" vertex="1">
+           <mxGeometry height="20" width="40" x="1610" y="920" as="geometry" />
        </mxCell>
        <mxCell id="59XTsty1G1Yx93DkZX_j-126" parent="1" style="rhombus;whiteSpace=wrap;html=1;fillColor=#b1ddf0;strokeColor=#10739e;" value="T-200 Thruster" vertex="1">
-           <mxGeometry height="60" width="60" x="1050" y="970" as="geometry" />
+           <mxGeometry height="60" width="60" x="1180" y="970" as="geometry" />
        </mxCell>
        <mxCell id="59XTsty1G1Yx93DkZX_j-127" parent="1" style="rhombus;whiteSpace=wrap;html=1;fillColor=#b1ddf0;strokeColor=#10739e;" value="T-200 Thruster" vertex="1">
-           <mxGeometry height="60" width="60" x="1110" y="970" as="geometry" />
+           <mxGeometry height="60" width="60" x="1240" y="970" as="geometry" />
        </mxCell>
        <mxCell id="59XTsty1G1Yx93DkZX_j-128" parent="1" style="rhombus;whiteSpace=wrap;html=1;fillColor=#b1ddf0;strokeColor=#10739e;" value="T-200 Thruster" vertex="1">
-           <mxGeometry height="60" width="60" x="1170" y="970" as="geometry" />
+           <mxGeometry height="60" width="60" x="1300" y="970" as="geometry" />
        </mxCell>
        <mxCell id="59XTsty1G1Yx93DkZX_j-129" parent="1" style="rhombus;whiteSpace=wrap;html=1;fillColor=#b1ddf0;strokeColor=#10739e;" value="T-200 Thruster" vertex="1">
-           <mxGeometry height="60" width="60" x="1230" y="970" as="geometry" />
+           <mxGeometry height="60" width="60" x="1360" y="970" as="geometry" />
        </mxCell>
        <mxCell id="59XTsty1G1Yx93DkZX_j-130" parent="1" style="rhombus;whiteSpace=wrap;html=1;fillColor=#b1ddf0;strokeColor=#10739e;" value="T-200 Thruster" vertex="1">
-           <mxGeometry height="60" width="60" x="1290" y="970" as="geometry" />
+           <mxGeometry height="60" width="60" x="1420" y="970" as="geometry" />
        </mxCell>
        <mxCell id="59XTsty1G1Yx93DkZX_j-131" parent="1" style="rhombus;whiteSpace=wrap;html=1;fillColor=#b1ddf0;strokeColor=#10739e;" value="T-200 Thruster" vertex="1">
-           <mxGeometry height="60" width="60" x="1350" y="970" as="geometry" />
+           <mxGeometry height="60" width="60" x="1480" y="970" as="geometry" />
        </mxCell>
        <mxCell id="59XTsty1G1Yx93DkZX_j-132" parent="1" style="rhombus;whiteSpace=wrap;html=1;fillColor=#b1ddf0;strokeColor=#10739e;" value="T-200 Thruster" vertex="1">
-           <mxGeometry height="60" width="60" x="1410" y="970" as="geometry" />
+           <mxGeometry height="60" width="60" x="1540" y="970" as="geometry" />
        </mxCell>
        <mxCell id="59XTsty1G1Yx93DkZX_j-133" parent="1" style="rhombus;whiteSpace=wrap;html=1;fillColor=#b1ddf0;strokeColor=#10739e;" value="T-200 Thruster" vertex="1">
-           <mxGeometry height="60" width="60" x="1470" y="970" as="geometry" />
+           <mxGeometry height="60" width="60" x="1600" y="970" as="geometry" />
        </mxCell>
        <mxCell id="59XTsty1G1Yx93DkZX_j-153" parent="1" style="rounded=0;whiteSpace=wrap;html=1;fillColor=#b1ddf0;strokeColor=#10739e;" value="Camera" vertex="1">
          <mxGeometry height="30" width="80" x="1200" y="600" as="geometry" />
        </mxCell>
        <mxCell id="59XTsty1G1Yx93DkZX_j-154" parent="1" style="rounded=0;whiteSpace=wrap;html=1;fillColor=#b1ddf0;strokeColor=#10739e;" value="Camera" vertex="1">
          <mxGeometry height="30" width="80" x="1200" y="640" as="geometry" />
        </mxCell>
        <mxCell id="59XTsty1G1Yx93DkZX_j-155" parent="1" style="rounded=0;whiteSpace=wrap;html=1;fillColor=#b1ddf0;strokeColor=#10739e;" value="Gripper" vertex="1">
          <mxGeometry height="30" width="80" x="1200" y="680" as="geometry" />
        </mxCell>
        <mxCell id="59XTsty1G1Yx93DkZX_j-163" parent="1" style="rounded=0;whiteSpace=wrap;html=1;fillColor=#b1ddf0;strokeColor=#10739e;" value="IMUs" vertex="1">
-           <mxGeometry height="30" width="80" x="660" y="640" as="geometry" />
+           <mxGeometry height="30" width="80" x="950" y="710" as="geometry" />
        </mxCell>
        <mxCell id="59XTsty1G1Yx93DkZX_j-164" parent="1" style="rounded=0;whiteSpace=wrap;html=1;fillColor=#b1ddf0;strokeColor=#10739e;" value="VectorNav" vertex="1">
-           <mxGeometry height="30" width="80" x="660" y="680" as="geometry" />
+           <mxGeometry height="30" width="80" x="1040" y="710" as="geometry" />
        </mxCell>
        <mxCell id="59XTsty1G1Yx93DkZX_j-165" parent="1" style="rounded=0;whiteSpace=wrap;html=1;fillColor=#b1ddf0;strokeColor=#10739e;" value="Sensors and Lights" vertex="1">
-           <mxGeometry height="30" width="80" x="660" y="600" as="geometry" />
+           <mxGeometry height="30" width="80" x="860" y="710" as="geometry" />
        </mxCell>
        <mxCell id="59XTsty1G1Yx93DkZX_j-185" edge="1" parent="1" source="59XTsty1G1Yx93DkZX_j-179" style="edgeStyle=orthogonalEdgeStyle;orthogonalLoop=1;jettySize=auto;html=1;entryX=1;entryY=0.5;entryDx=0;entryDy=0;" target="59XTsty1G1Yx93DkZX_j-155">
          <mxGeometry relative="1" as="geometry">
            <Array as="points">
-               <mxPoint x="1310" y="500" />
+               <mxPoint x="1310" y="530" />
              <mxPoint x="1310" y="695" />
            </Array>
          </mxGeometry>
        </mxCell>
        <mxCell id="59XTsty1G1Yx93DkZX_j-179" parent="1" style="rounded=0;whiteSpace=wrap;html=1;" value="12v -&amp;gt; 7v Converter for Servos" vertex="1">
-           <mxGeometry height="60" width="120" x="1160" y="470" as="geometry" />
+           <mxGeometry height="60" width="120" x="1180" y="500" as="geometry" />
        </mxCell>
        <mxCell id="59XTsty1G1Yx93DkZX_j-183" edge="1" parent="1" source="59XTsty1G1Yx93DkZX_j-180" style="edgeStyle=orthogonalEdgeStyle;orthogonalLoop=1;jettySize=auto;html=1;" target="59XTsty1G1Yx93DkZX_j-111">
          <mxGeometry relative="1" as="geometry" />
        </mxCell>
        <mxCell id="59XTsty1G1Yx93DkZX_j-184" edge="1" parent="1" source="59XTsty1G1Yx93DkZX_j-180" style="edgeStyle=orthogonalEdgeStyle;orthogonalLoop=1;jettySize=auto;html=1;entryX=0.5;entryY=0;entryDx=0;entryDy=0;" target="59XTsty1G1Yx93DkZX_j-179">
          <mxGeometry relative="1" as="geometry" />
        </mxCell>
-         <mxCell id="59XTsty1G1Yx93DkZX_j-180" parent="1" style="rounded=0;whiteSpace=wrap;html=1;" value="Computer Powerbus" vertex="1">
+         <mxCell id="59XTsty1G1Yx93DkZX_j-180" parent="1" style="rounded=0;whiteSpace=wrap;html=1;fillColor=#f8cecc;strokeColor=#b85450;" value="Computer Powerbus" vertex="1">
          <mxGeometry height="60" width="120" x="1360" y="420" as="geometry" />
-         </mxCell>
-         <mxCell id="59XTsty1G1Yx93DkZX_j-189" edge="1" parent="1" source="59XTsty1G1Yx93DkZX_j-111" style="edgeStyle=orthogonalEdgeStyle;orthogonalLoop=1;jettySize=auto;html=1;entryX=1.02;entryY=0.135;entryDx=0;entryDy=0;entryPerimeter=0;" target="59XTsty1G1Yx93DkZX_j-165">
-           <mxGeometry relative="1" as="geometry">
-             <Array as="points">
-               <mxPoint x="795" y="580" />
-               <mxPoint x="795" y="604" />
-             </Array>
-           </mxGeometry>
-         </mxCell>
-         <mxCell id="59XTsty1G1Yx93DkZX_j-190" edge="1" parent="1" source="59XTsty1G1Yx93DkZX_j-111" style="edgeStyle=orthogonalEdgeStyle;orthogonalLoop=1;jettySize=auto;html=1;entryX=1.028;entryY=0.06;entryDx=0;entryDy=0;entryPerimeter=0;" target="59XTsty1G1Yx93DkZX_j-163">
-           <mxGeometry relative="1" as="geometry">
-             <Array as="points">
-               <mxPoint x="795" y="590" />
-               <mxPoint x="795" y="642" />
-             </Array>
-           </mxGeometry>
-         </mxCell>
-         <mxCell id="59XTsty1G1Yx93DkZX_j-191" edge="1" parent="1" source="59XTsty1G1Yx93DkZX_j-111" style="edgeStyle=orthogonalEdgeStyle;orthogonalLoop=1;jettySize=auto;html=1;entryX=1.013;entryY=0.161;entryDx=0;entryDy=0;entryPerimeter=0;" target="59XTsty1G1Yx93DkZX_j-164">
-           <mxGeometry relative="1" as="geometry">
-             <Array as="points">
-               <mxPoint x="795" y="600" />
-               <mxPoint x="795" y="685" />
-             </Array>
-           </mxGeometry>
-         </mxCell>
-         <mxCell id="59XTsty1G1Yx93DkZX_j-194" edge="1" parent="1" source="59XTsty1G1Yx93DkZX_j-111" style="edgeStyle=orthogonalEdgeStyle;orthogonalLoop=1;jettySize=auto;html=1;entryX=1.006;entryY=0.845;entryDx=0;entryDy=0;entryPerimeter=0;dashed=1;" target="59XTsty1G1Yx93DkZX_j-165">
-           <mxGeometry relative="1" as="geometry" />
        </mxCell>
        <mxCell id="59XTsty1G1Yx93DkZX_j-195" edge="1" parent="1" source="59XTsty1G1Yx93DkZX_j-101" style="edgeStyle=orthogonalEdgeStyle;orthogonalLoop=1;jettySize=auto;html=1;entryX=0.504;entryY=0.05;entryDx=0;entryDy=0;entryPerimeter=0;" target="59XTsty1G1Yx93DkZX_j-102">
          <mxGeometry relative="1" as="geometry">
            <Array as="points">
              <mxPoint x="1420" y="630" />
              <mxPoint x="1420" y="680" />
              <mxPoint x="1421" y="680" />
            </Array>
          </mxGeometry>
        </mxCell>
      </root>
    </mxGraphModel>
  </diagram>
</mxfile>
